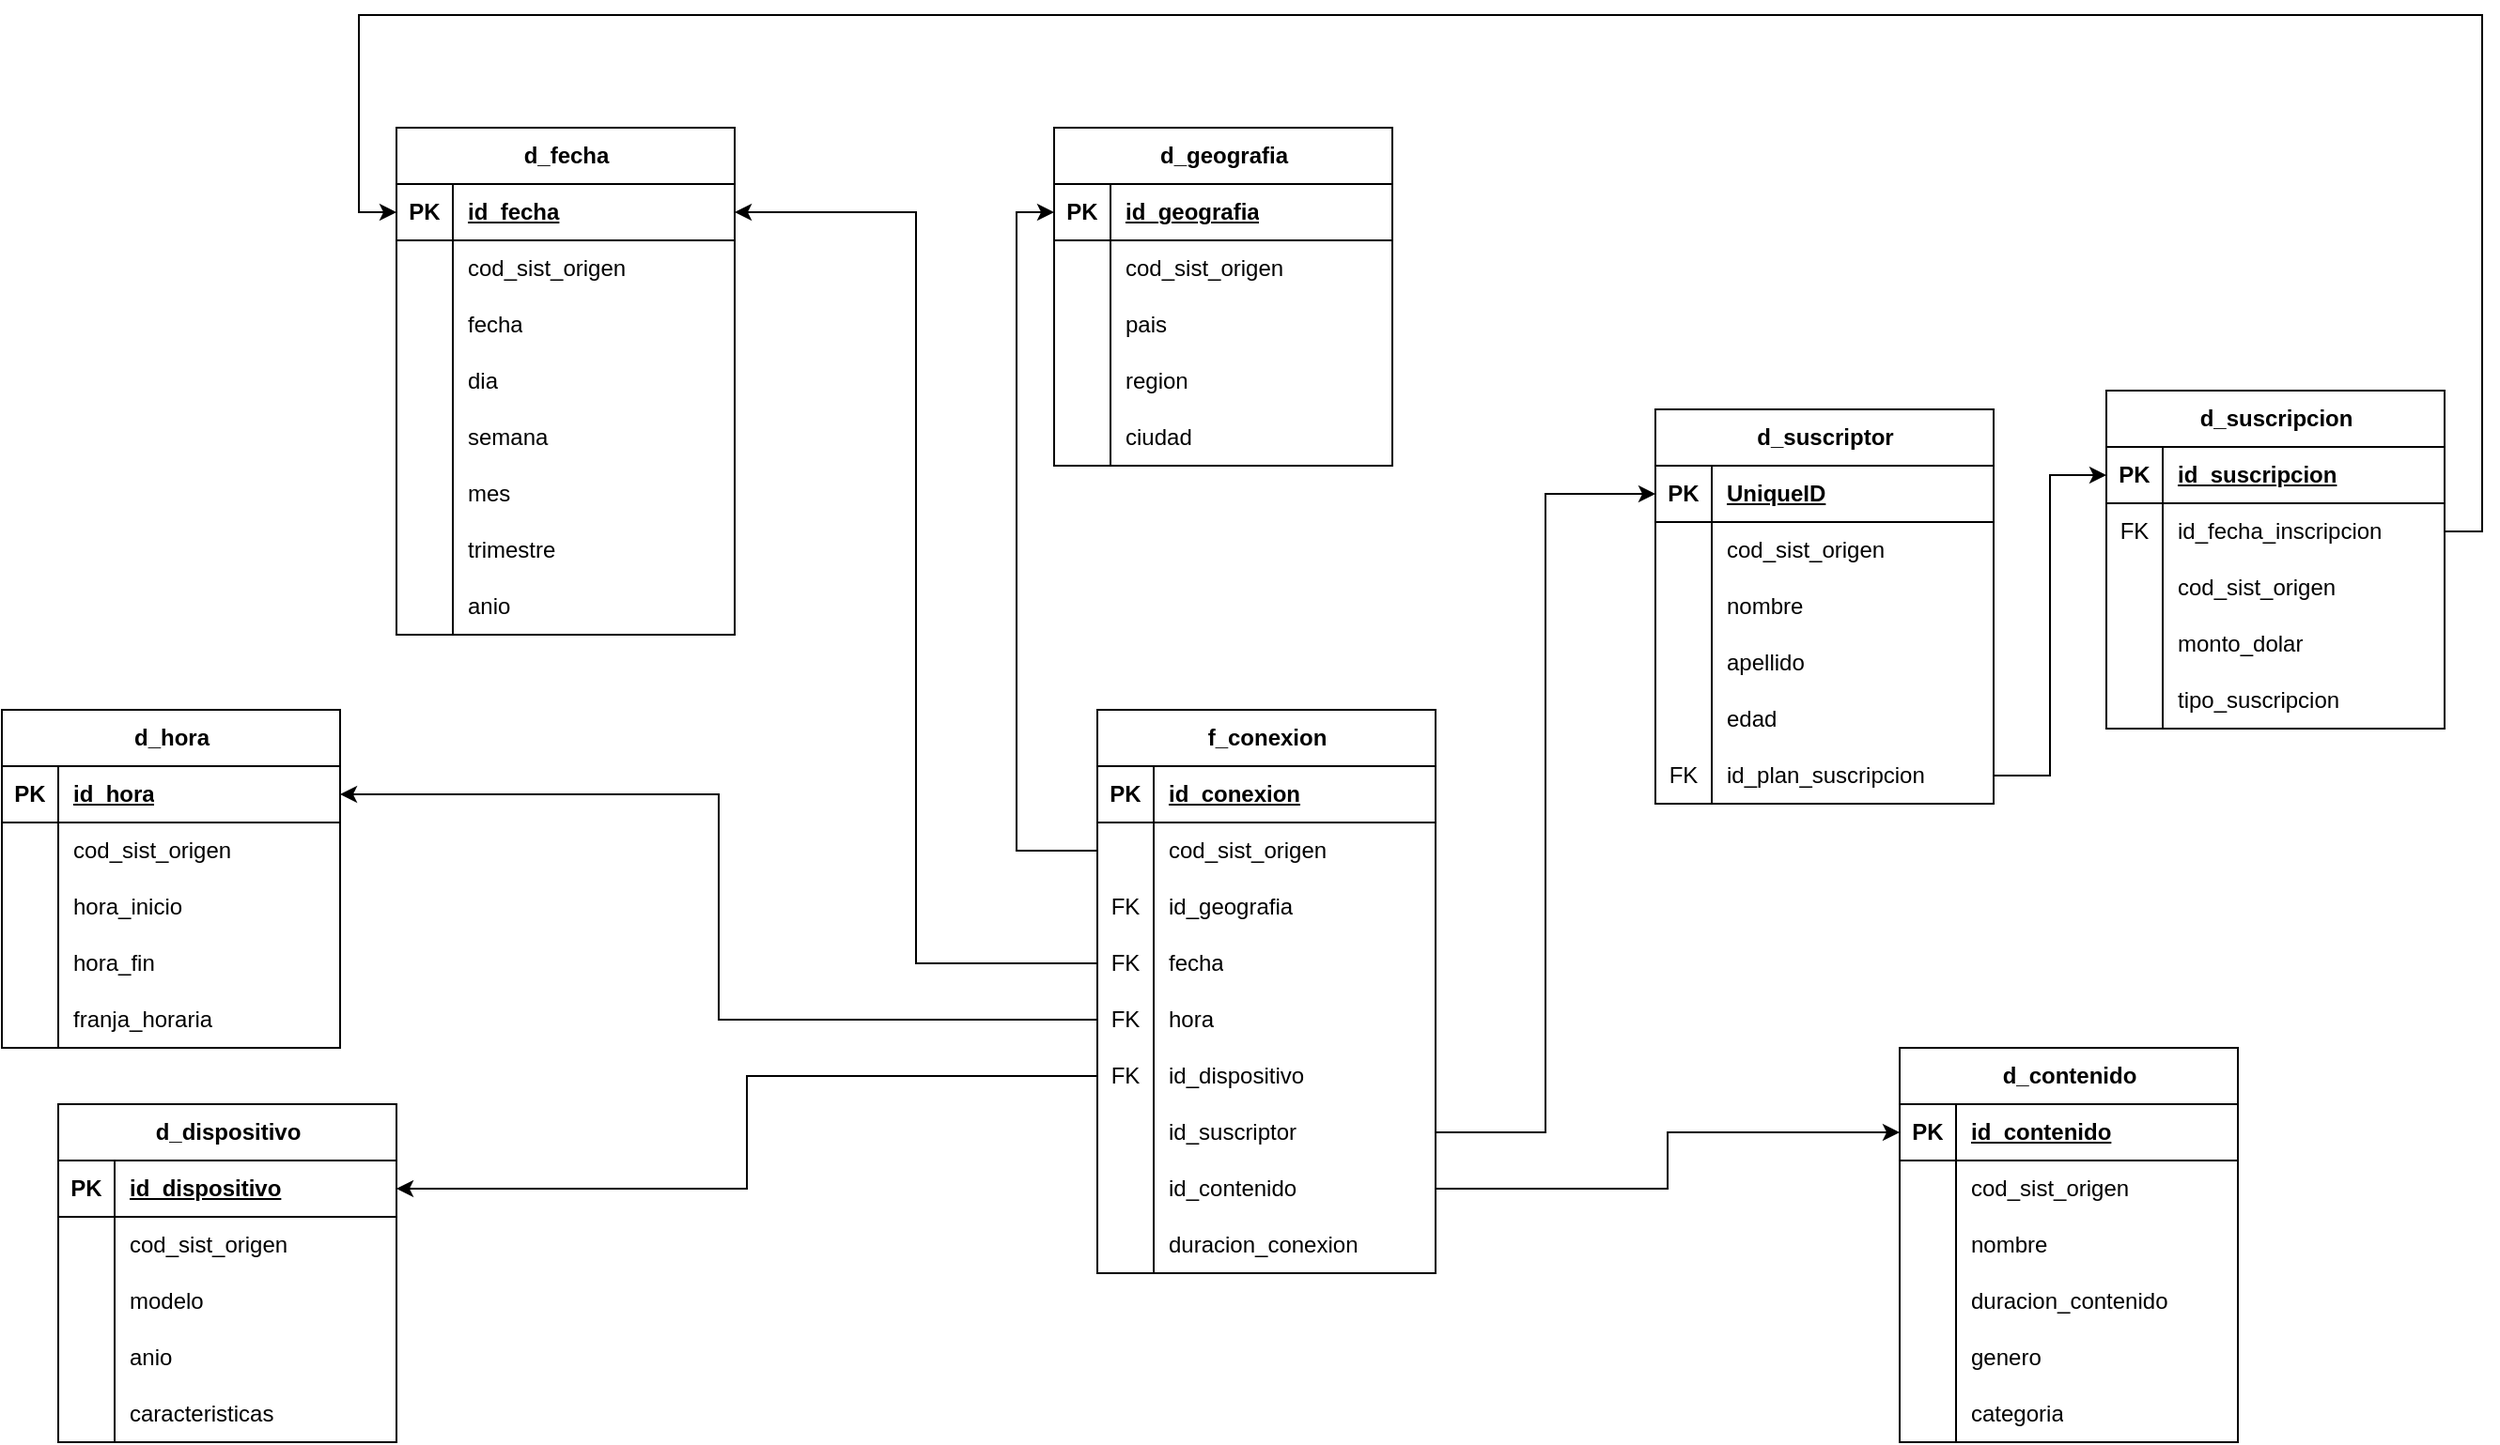
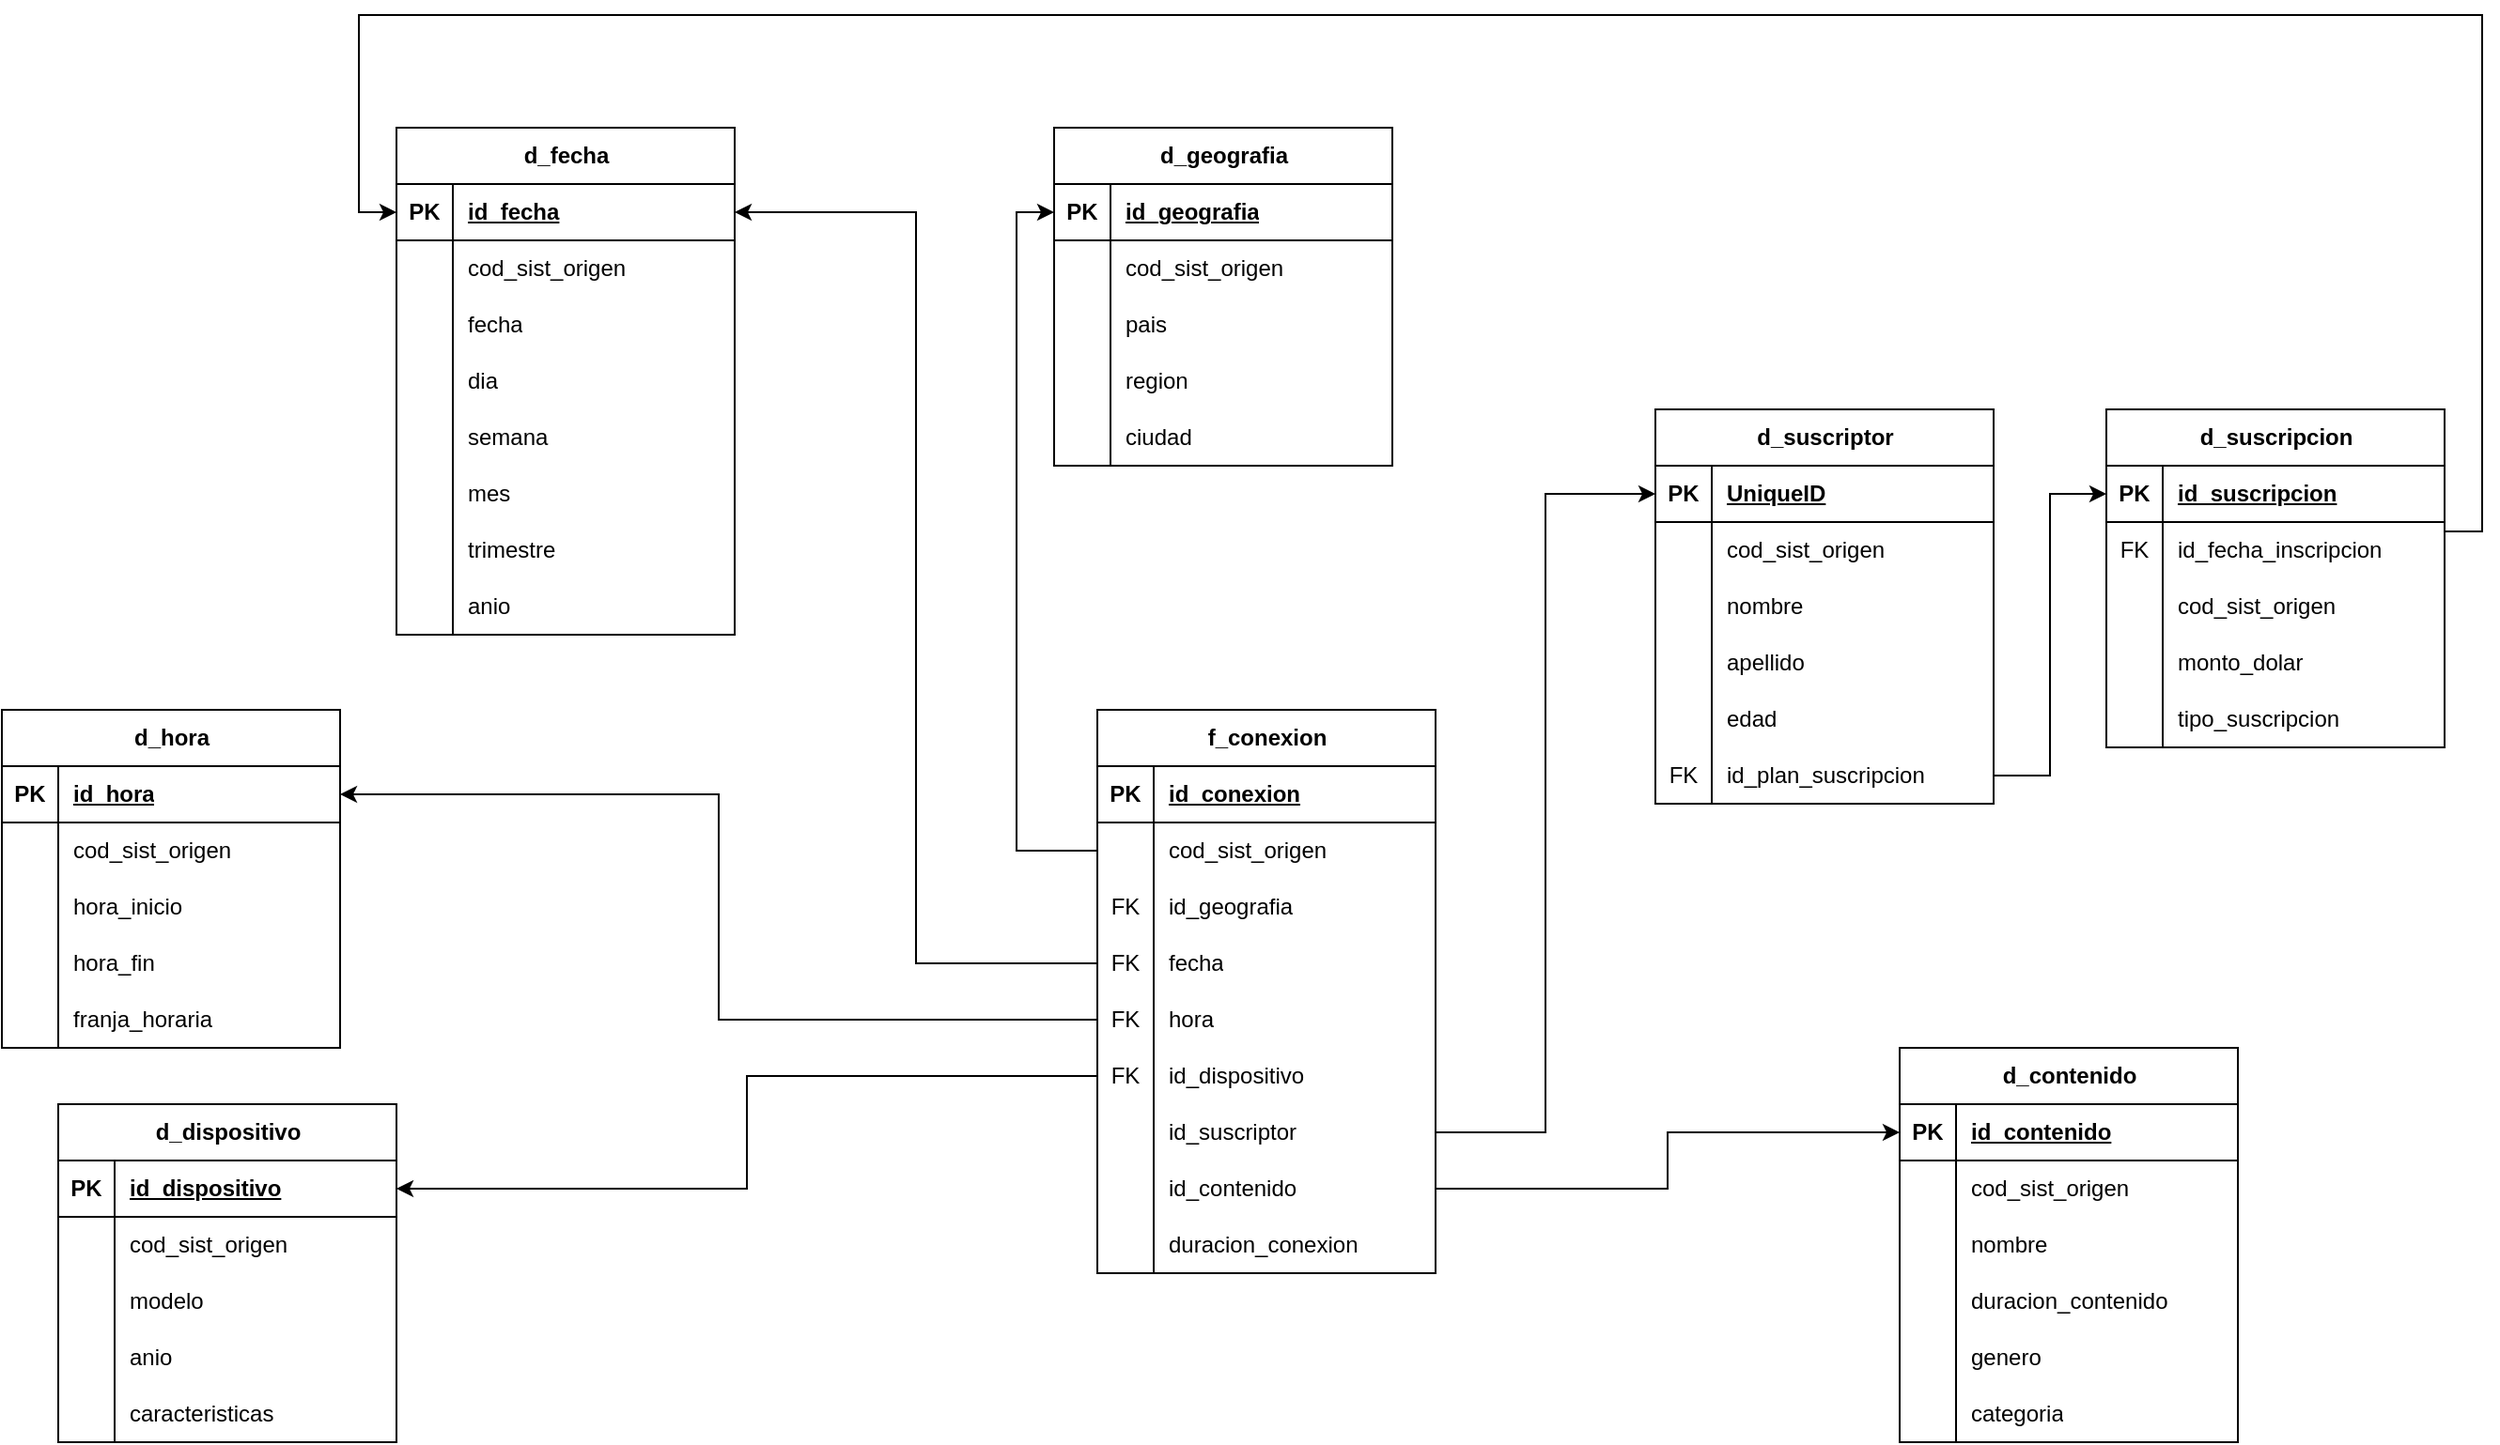
<mxfile host="app.diagrams.net">
  <diagram name="Página-1" id="CJSrgQ3mgTWEq4AmTGNy">
    <mxGraphModel dx="2311" dy="1884" grid="1" gridSize="10" guides="1" tooltips="1" connect="1" arrows="1" fold="1" page="1" pageScale="1" pageWidth="827" pageHeight="1169" math="0" shadow="0">
      <root>
        <mxCell id="0" />
        <mxCell id="1" parent="0" />
        <mxCell id="_npB_olXc3t6ZuDcXEgX-1" parent="1" style="shape=table;startSize=30;container=1;collapsible=1;childLayout=tableLayout;fixedRows=1;rowLines=0;fontStyle=1;align=center;resizeLast=1;html=1;" value="d_geografia" vertex="1">
          <mxGeometry height="180" width="180" x="390" y="-280" as="geometry" />
        </mxCell>
        <mxCell id="_npB_olXc3t6ZuDcXEgX-2" parent="_npB_olXc3t6ZuDcXEgX-1" style="shape=tableRow;horizontal=0;startSize=0;swimlaneHead=0;swimlaneBody=0;fillColor=none;collapsible=0;dropTarget=0;points=[[0,0.5],[1,0.5]];portConstraint=eastwest;top=0;left=0;right=0;bottom=1;" value="" vertex="1">
          <mxGeometry height="30" width="180" y="30" as="geometry" />
        </mxCell>
        <mxCell id="_npB_olXc3t6ZuDcXEgX-3" parent="_npB_olXc3t6ZuDcXEgX-2" style="shape=partialRectangle;connectable=0;fillColor=none;top=0;left=0;bottom=0;right=0;fontStyle=1;overflow=hidden;whiteSpace=wrap;html=1;" value="PK" vertex="1">
          <mxGeometry height="30" width="30" as="geometry">
            <mxRectangle height="30" width="30" as="alternateBounds" />
          </mxGeometry>
        </mxCell>
        <mxCell id="_npB_olXc3t6ZuDcXEgX-4" parent="_npB_olXc3t6ZuDcXEgX-2" style="shape=partialRectangle;connectable=0;fillColor=none;top=0;left=0;bottom=0;right=0;align=left;spacingLeft=6;fontStyle=5;overflow=hidden;whiteSpace=wrap;html=1;" value="id_geografia" vertex="1">
          <mxGeometry height="30" width="150" x="30" as="geometry">
            <mxRectangle height="30" width="150" as="alternateBounds" />
          </mxGeometry>
        </mxCell>
        <mxCell id="_npB_olXc3t6ZuDcXEgX-5" parent="_npB_olXc3t6ZuDcXEgX-1" style="shape=tableRow;horizontal=0;startSize=0;swimlaneHead=0;swimlaneBody=0;fillColor=none;collapsible=0;dropTarget=0;points=[[0,0.5],[1,0.5]];portConstraint=eastwest;top=0;left=0;right=0;bottom=0;" value="" vertex="1">
          <mxGeometry height="30" width="180" y="60" as="geometry" />
        </mxCell>
        <mxCell id="_npB_olXc3t6ZuDcXEgX-6" parent="_npB_olXc3t6ZuDcXEgX-5" style="shape=partialRectangle;connectable=0;fillColor=none;top=0;left=0;bottom=0;right=0;editable=1;overflow=hidden;whiteSpace=wrap;html=1;" value="" vertex="1">
          <mxGeometry height="30" width="30" as="geometry">
            <mxRectangle height="30" width="30" as="alternateBounds" />
          </mxGeometry>
        </mxCell>
        <mxCell id="_npB_olXc3t6ZuDcXEgX-7" parent="_npB_olXc3t6ZuDcXEgX-5" style="shape=partialRectangle;connectable=0;fillColor=none;top=0;left=0;bottom=0;right=0;align=left;spacingLeft=6;overflow=hidden;whiteSpace=wrap;html=1;" value="cod_sist_origen" vertex="1">
          <mxGeometry height="30" width="150" x="30" as="geometry">
            <mxRectangle height="30" width="150" as="alternateBounds" />
          </mxGeometry>
        </mxCell>
        <mxCell id="cPr3DCjvWUAbPxRIG4sF-52" parent="_npB_olXc3t6ZuDcXEgX-1" style="shape=tableRow;horizontal=0;startSize=0;swimlaneHead=0;swimlaneBody=0;fillColor=none;collapsible=0;dropTarget=0;points=[[0,0.5],[1,0.5]];portConstraint=eastwest;top=0;left=0;right=0;bottom=0;" value="" vertex="1">
          <mxGeometry height="30" width="180" y="90" as="geometry" />
        </mxCell>
        <mxCell id="cPr3DCjvWUAbPxRIG4sF-53" parent="cPr3DCjvWUAbPxRIG4sF-52" style="shape=partialRectangle;connectable=0;fillColor=none;top=0;left=0;bottom=0;right=0;editable=1;overflow=hidden;whiteSpace=wrap;html=1;" value="" vertex="1">
          <mxGeometry height="30" width="30" as="geometry">
            <mxRectangle height="30" width="30" as="alternateBounds" />
          </mxGeometry>
        </mxCell>
        <mxCell id="cPr3DCjvWUAbPxRIG4sF-54" parent="cPr3DCjvWUAbPxRIG4sF-52" style="shape=partialRectangle;connectable=0;fillColor=none;top=0;left=0;bottom=0;right=0;align=left;spacingLeft=6;overflow=hidden;whiteSpace=wrap;html=1;" value="pais" vertex="1">
          <mxGeometry height="30" width="150" x="30" as="geometry">
            <mxRectangle height="30" width="150" as="alternateBounds" />
          </mxGeometry>
        </mxCell>
        <mxCell id="_npB_olXc3t6ZuDcXEgX-8" parent="_npB_olXc3t6ZuDcXEgX-1" style="shape=tableRow;horizontal=0;startSize=0;swimlaneHead=0;swimlaneBody=0;fillColor=none;collapsible=0;dropTarget=0;points=[[0,0.5],[1,0.5]];portConstraint=eastwest;top=0;left=0;right=0;bottom=0;" value="" vertex="1">
          <mxGeometry height="30" width="180" y="120" as="geometry" />
        </mxCell>
        <mxCell id="_npB_olXc3t6ZuDcXEgX-9" parent="_npB_olXc3t6ZuDcXEgX-8" style="shape=partialRectangle;connectable=0;fillColor=none;top=0;left=0;bottom=0;right=0;editable=1;overflow=hidden;whiteSpace=wrap;html=1;" value="" vertex="1">
          <mxGeometry height="30" width="30" as="geometry">
            <mxRectangle height="30" width="30" as="alternateBounds" />
          </mxGeometry>
        </mxCell>
        <mxCell id="_npB_olXc3t6ZuDcXEgX-10" parent="_npB_olXc3t6ZuDcXEgX-8" style="shape=partialRectangle;connectable=0;fillColor=none;top=0;left=0;bottom=0;right=0;align=left;spacingLeft=6;overflow=hidden;whiteSpace=wrap;html=1;" value="region" vertex="1">
          <mxGeometry height="30" width="150" x="30" as="geometry">
            <mxRectangle height="30" width="150" as="alternateBounds" />
          </mxGeometry>
        </mxCell>
        <mxCell id="_npB_olXc3t6ZuDcXEgX-11" parent="_npB_olXc3t6ZuDcXEgX-1" style="shape=tableRow;horizontal=0;startSize=0;swimlaneHead=0;swimlaneBody=0;fillColor=none;collapsible=0;dropTarget=0;points=[[0,0.5],[1,0.5]];portConstraint=eastwest;top=0;left=0;right=0;bottom=0;" value="" vertex="1">
          <mxGeometry height="30" width="180" y="150" as="geometry" />
        </mxCell>
        <mxCell id="_npB_olXc3t6ZuDcXEgX-12" parent="_npB_olXc3t6ZuDcXEgX-11" style="shape=partialRectangle;connectable=0;fillColor=none;top=0;left=0;bottom=0;right=0;editable=1;overflow=hidden;whiteSpace=wrap;html=1;" value="" vertex="1">
          <mxGeometry height="30" width="30" as="geometry">
            <mxRectangle height="30" width="30" as="alternateBounds" />
          </mxGeometry>
        </mxCell>
        <mxCell id="_npB_olXc3t6ZuDcXEgX-13" parent="_npB_olXc3t6ZuDcXEgX-11" style="shape=partialRectangle;connectable=0;fillColor=none;top=0;left=0;bottom=0;right=0;align=left;spacingLeft=6;overflow=hidden;whiteSpace=wrap;html=1;" value="ciudad" vertex="1">
          <mxGeometry height="30" width="150" x="30" as="geometry">
            <mxRectangle height="30" width="150" as="alternateBounds" />
          </mxGeometry>
        </mxCell>
        <mxCell id="_npB_olXc3t6ZuDcXEgX-40" parent="1" style="shape=table;startSize=30;container=1;collapsible=1;childLayout=tableLayout;fixedRows=1;rowLines=0;fontStyle=1;align=center;resizeLast=1;html=1;" value="f_conexion" vertex="1">
          <mxGeometry height="300" width="180" x="413" y="30" as="geometry" />
        </mxCell>
        <mxCell id="_npB_olXc3t6ZuDcXEgX-41" parent="_npB_olXc3t6ZuDcXEgX-40" style="shape=tableRow;horizontal=0;startSize=0;swimlaneHead=0;swimlaneBody=0;fillColor=none;collapsible=0;dropTarget=0;points=[[0,0.5],[1,0.5]];portConstraint=eastwest;top=0;left=0;right=0;bottom=1;" value="" vertex="1">
          <mxGeometry height="30" width="180" y="30" as="geometry" />
        </mxCell>
        <mxCell id="_npB_olXc3t6ZuDcXEgX-42" parent="_npB_olXc3t6ZuDcXEgX-41" style="shape=partialRectangle;connectable=0;fillColor=none;top=0;left=0;bottom=0;right=0;fontStyle=1;overflow=hidden;whiteSpace=wrap;html=1;" value="PK" vertex="1">
          <mxGeometry height="30" width="30" as="geometry">
            <mxRectangle height="30" width="30" as="alternateBounds" />
          </mxGeometry>
        </mxCell>
        <mxCell id="_npB_olXc3t6ZuDcXEgX-43" parent="_npB_olXc3t6ZuDcXEgX-41" style="shape=partialRectangle;connectable=0;fillColor=none;top=0;left=0;bottom=0;right=0;align=left;spacingLeft=6;fontStyle=5;overflow=hidden;whiteSpace=wrap;html=1;" value="id_conexion" vertex="1">
          <mxGeometry height="30" width="150" x="30" as="geometry">
            <mxRectangle height="30" width="150" as="alternateBounds" />
          </mxGeometry>
        </mxCell>
        <mxCell id="_npB_olXc3t6ZuDcXEgX-44" parent="_npB_olXc3t6ZuDcXEgX-40" style="shape=tableRow;horizontal=0;startSize=0;swimlaneHead=0;swimlaneBody=0;fillColor=none;collapsible=0;dropTarget=0;points=[[0,0.5],[1,0.5]];portConstraint=eastwest;top=0;left=0;right=0;bottom=0;" value="" vertex="1">
          <mxGeometry height="30" width="180" y="60" as="geometry" />
        </mxCell>
        <mxCell id="_npB_olXc3t6ZuDcXEgX-45" parent="_npB_olXc3t6ZuDcXEgX-44" style="shape=partialRectangle;connectable=0;fillColor=none;top=0;left=0;bottom=0;right=0;editable=1;overflow=hidden;whiteSpace=wrap;html=1;" value="" vertex="1">
          <mxGeometry height="30" width="30" as="geometry">
            <mxRectangle height="30" width="30" as="alternateBounds" />
          </mxGeometry>
        </mxCell>
        <mxCell id="_npB_olXc3t6ZuDcXEgX-46" parent="_npB_olXc3t6ZuDcXEgX-44" style="shape=partialRectangle;connectable=0;fillColor=none;top=0;left=0;bottom=0;right=0;align=left;spacingLeft=6;overflow=hidden;whiteSpace=wrap;html=1;" value="cod_sist_origen" vertex="1">
          <mxGeometry height="30" width="150" x="30" as="geometry">
            <mxRectangle height="30" width="150" as="alternateBounds" />
          </mxGeometry>
        </mxCell>
        <mxCell id="cPr3DCjvWUAbPxRIG4sF-43" parent="_npB_olXc3t6ZuDcXEgX-40" style="shape=tableRow;horizontal=0;startSize=0;swimlaneHead=0;swimlaneBody=0;fillColor=none;collapsible=0;dropTarget=0;points=[[0,0.5],[1,0.5]];portConstraint=eastwest;top=0;left=0;right=0;bottom=0;" value="" vertex="1">
          <mxGeometry height="30" width="180" y="90" as="geometry" />
        </mxCell>
        <mxCell id="cPr3DCjvWUAbPxRIG4sF-44" parent="cPr3DCjvWUAbPxRIG4sF-43" style="shape=partialRectangle;connectable=0;fillColor=none;top=0;left=0;bottom=0;right=0;editable=1;overflow=hidden;whiteSpace=wrap;html=1;" value="FK" vertex="1">
          <mxGeometry height="30" width="30" as="geometry">
            <mxRectangle height="30" width="30" as="alternateBounds" />
          </mxGeometry>
        </mxCell>
        <mxCell id="cPr3DCjvWUAbPxRIG4sF-45" parent="cPr3DCjvWUAbPxRIG4sF-43" style="shape=partialRectangle;connectable=0;fillColor=none;top=0;left=0;bottom=0;right=0;align=left;spacingLeft=6;overflow=hidden;whiteSpace=wrap;html=1;" value="id_geografia" vertex="1">
          <mxGeometry height="30" width="150" x="30" as="geometry">
            <mxRectangle height="30" width="150" as="alternateBounds" />
          </mxGeometry>
        </mxCell>
        <mxCell id="cPr3DCjvWUAbPxRIG4sF-4" parent="_npB_olXc3t6ZuDcXEgX-40" style="shape=tableRow;horizontal=0;startSize=0;swimlaneHead=0;swimlaneBody=0;fillColor=none;collapsible=0;dropTarget=0;points=[[0,0.5],[1,0.5]];portConstraint=eastwest;top=0;left=0;right=0;bottom=0;" value="" vertex="1">
          <mxGeometry height="30" width="180" y="120" as="geometry" />
        </mxCell>
        <mxCell id="cPr3DCjvWUAbPxRIG4sF-5" parent="cPr3DCjvWUAbPxRIG4sF-4" style="shape=partialRectangle;connectable=0;fillColor=none;top=0;left=0;bottom=0;right=0;editable=1;overflow=hidden;whiteSpace=wrap;html=1;" value="FK" vertex="1">
          <mxGeometry height="30" width="30" as="geometry">
            <mxRectangle height="30" width="30" as="alternateBounds" />
          </mxGeometry>
        </mxCell>
        <mxCell id="cPr3DCjvWUAbPxRIG4sF-6" parent="cPr3DCjvWUAbPxRIG4sF-4" style="shape=partialRectangle;connectable=0;fillColor=none;top=0;left=0;bottom=0;right=0;align=left;spacingLeft=6;overflow=hidden;whiteSpace=wrap;html=1;" value="fecha" vertex="1">
          <mxGeometry height="30" width="150" x="30" as="geometry">
            <mxRectangle height="30" width="150" as="alternateBounds" />
          </mxGeometry>
        </mxCell>
        <mxCell id="_npB_olXc3t6ZuDcXEgX-47" parent="_npB_olXc3t6ZuDcXEgX-40" style="shape=tableRow;horizontal=0;startSize=0;swimlaneHead=0;swimlaneBody=0;fillColor=none;collapsible=0;dropTarget=0;points=[[0,0.5],[1,0.5]];portConstraint=eastwest;top=0;left=0;right=0;bottom=0;" value="" vertex="1">
          <mxGeometry height="30" width="180" y="150" as="geometry" />
        </mxCell>
        <mxCell id="_npB_olXc3t6ZuDcXEgX-48" parent="_npB_olXc3t6ZuDcXEgX-47" style="shape=partialRectangle;connectable=0;fillColor=none;top=0;left=0;bottom=0;right=0;editable=1;overflow=hidden;whiteSpace=wrap;html=1;" value="FK" vertex="1">
          <mxGeometry height="30" width="30" as="geometry">
            <mxRectangle height="30" width="30" as="alternateBounds" />
          </mxGeometry>
        </mxCell>
        <mxCell id="_npB_olXc3t6ZuDcXEgX-49" parent="_npB_olXc3t6ZuDcXEgX-47" style="shape=partialRectangle;connectable=0;fillColor=none;top=0;left=0;bottom=0;right=0;align=left;spacingLeft=6;overflow=hidden;whiteSpace=wrap;html=1;" value="hora" vertex="1">
          <mxGeometry height="30" width="150" x="30" as="geometry">
            <mxRectangle height="30" width="150" as="alternateBounds" />
          </mxGeometry>
        </mxCell>
        <mxCell id="-aOfcUVNLtPOQzGA6vKT-48" parent="_npB_olXc3t6ZuDcXEgX-40" style="shape=tableRow;horizontal=0;startSize=0;swimlaneHead=0;swimlaneBody=0;fillColor=none;collapsible=0;dropTarget=0;points=[[0,0.5],[1,0.5]];portConstraint=eastwest;top=0;left=0;right=0;bottom=0;" value="" vertex="1">
          <mxGeometry height="30" width="180" y="180" as="geometry" />
        </mxCell>
        <mxCell id="-aOfcUVNLtPOQzGA6vKT-49" parent="-aOfcUVNLtPOQzGA6vKT-48" style="shape=partialRectangle;connectable=0;fillColor=none;top=0;left=0;bottom=0;right=0;editable=1;overflow=hidden;whiteSpace=wrap;html=1;" value="FK" vertex="1">
          <mxGeometry height="30" width="30" as="geometry">
            <mxRectangle height="30" width="30" as="alternateBounds" />
          </mxGeometry>
        </mxCell>
        <mxCell id="-aOfcUVNLtPOQzGA6vKT-50" parent="-aOfcUVNLtPOQzGA6vKT-48" style="shape=partialRectangle;connectable=0;fillColor=none;top=0;left=0;bottom=0;right=0;align=left;spacingLeft=6;overflow=hidden;whiteSpace=wrap;html=1;" value="id_dispositivo" vertex="1">
          <mxGeometry height="30" width="150" x="30" as="geometry">
            <mxRectangle height="30" width="150" as="alternateBounds" />
          </mxGeometry>
        </mxCell>
        <mxCell id="-aOfcUVNLtPOQzGA6vKT-31" parent="_npB_olXc3t6ZuDcXEgX-40" style="shape=tableRow;horizontal=0;startSize=0;swimlaneHead=0;swimlaneBody=0;fillColor=none;collapsible=0;dropTarget=0;points=[[0,0.5],[1,0.5]];portConstraint=eastwest;top=0;left=0;right=0;bottom=0;" value="" vertex="1">
          <mxGeometry height="30" width="180" y="210" as="geometry" />
        </mxCell>
        <mxCell id="-aOfcUVNLtPOQzGA6vKT-32" parent="-aOfcUVNLtPOQzGA6vKT-31" style="shape=partialRectangle;connectable=0;fillColor=none;top=0;left=0;bottom=0;right=0;editable=1;overflow=hidden;whiteSpace=wrap;html=1;" value="" vertex="1">
          <mxGeometry height="30" width="30" as="geometry">
            <mxRectangle height="30" width="30" as="alternateBounds" />
          </mxGeometry>
        </mxCell>
        <mxCell id="-aOfcUVNLtPOQzGA6vKT-33" parent="-aOfcUVNLtPOQzGA6vKT-31" style="shape=partialRectangle;connectable=0;fillColor=none;top=0;left=0;bottom=0;right=0;align=left;spacingLeft=6;overflow=hidden;whiteSpace=wrap;html=1;" value="id_suscriptor" vertex="1">
          <mxGeometry height="30" width="150" x="30" as="geometry">
            <mxRectangle height="30" width="150" as="alternateBounds" />
          </mxGeometry>
        </mxCell>
        <mxCell id="cPr3DCjvWUAbPxRIG4sF-8" parent="_npB_olXc3t6ZuDcXEgX-40" style="shape=tableRow;horizontal=0;startSize=0;swimlaneHead=0;swimlaneBody=0;fillColor=none;collapsible=0;dropTarget=0;points=[[0,0.5],[1,0.5]];portConstraint=eastwest;top=0;left=0;right=0;bottom=0;" value="" vertex="1">
          <mxGeometry height="30" width="180" y="240" as="geometry" />
        </mxCell>
        <mxCell id="cPr3DCjvWUAbPxRIG4sF-9" parent="cPr3DCjvWUAbPxRIG4sF-8" style="shape=partialRectangle;connectable=0;fillColor=none;top=0;left=0;bottom=0;right=0;editable=1;overflow=hidden;whiteSpace=wrap;html=1;" value="" vertex="1">
          <mxGeometry height="30" width="30" as="geometry">
            <mxRectangle height="30" width="30" as="alternateBounds" />
          </mxGeometry>
        </mxCell>
        <mxCell id="cPr3DCjvWUAbPxRIG4sF-10" parent="cPr3DCjvWUAbPxRIG4sF-8" style="shape=partialRectangle;connectable=0;fillColor=none;top=0;left=0;bottom=0;right=0;align=left;spacingLeft=6;overflow=hidden;whiteSpace=wrap;html=1;" value="id_contenido" vertex="1">
          <mxGeometry height="30" width="150" x="30" as="geometry">
            <mxRectangle height="30" width="150" as="alternateBounds" />
          </mxGeometry>
        </mxCell>
        <mxCell id="cPr3DCjvWUAbPxRIG4sF-30" parent="_npB_olXc3t6ZuDcXEgX-40" style="shape=tableRow;horizontal=0;startSize=0;swimlaneHead=0;swimlaneBody=0;fillColor=none;collapsible=0;dropTarget=0;points=[[0,0.5],[1,0.5]];portConstraint=eastwest;top=0;left=0;right=0;bottom=0;" value="" vertex="1">
          <mxGeometry height="30" width="180" y="270" as="geometry" />
        </mxCell>
        <mxCell id="cPr3DCjvWUAbPxRIG4sF-31" parent="cPr3DCjvWUAbPxRIG4sF-30" style="shape=partialRectangle;connectable=0;fillColor=none;top=0;left=0;bottom=0;right=0;editable=1;overflow=hidden;whiteSpace=wrap;html=1;" value="" vertex="1">
          <mxGeometry height="30" width="30" as="geometry">
            <mxRectangle height="30" width="30" as="alternateBounds" />
          </mxGeometry>
        </mxCell>
        <mxCell id="cPr3DCjvWUAbPxRIG4sF-32" parent="cPr3DCjvWUAbPxRIG4sF-30" style="shape=partialRectangle;connectable=0;fillColor=none;top=0;left=0;bottom=0;right=0;align=left;spacingLeft=6;overflow=hidden;whiteSpace=wrap;html=1;" value="duracion_conexion" vertex="1">
          <mxGeometry height="30" width="150" x="30" as="geometry">
            <mxRectangle height="30" width="150" as="alternateBounds" />
          </mxGeometry>
        </mxCell>
        <mxCell id="_npB_olXc3t6ZuDcXEgX-53" parent="1" style="shape=table;startSize=30;container=1;collapsible=1;childLayout=tableLayout;fixedRows=1;rowLines=0;fontStyle=1;align=center;resizeLast=1;html=1;" value="d_suscriptor" vertex="1">
          <mxGeometry height="210" width="180" x="710" y="-130" as="geometry" />
        </mxCell>
        <mxCell id="_npB_olXc3t6ZuDcXEgX-54" parent="_npB_olXc3t6ZuDcXEgX-53" style="shape=tableRow;horizontal=0;startSize=0;swimlaneHead=0;swimlaneBody=0;fillColor=none;collapsible=0;dropTarget=0;points=[[0,0.5],[1,0.5]];portConstraint=eastwest;top=0;left=0;right=0;bottom=1;" value="" vertex="1">
          <mxGeometry height="30" width="180" y="30" as="geometry" />
        </mxCell>
        <mxCell id="_npB_olXc3t6ZuDcXEgX-55" parent="_npB_olXc3t6ZuDcXEgX-54" style="shape=partialRectangle;connectable=0;fillColor=none;top=0;left=0;bottom=0;right=0;fontStyle=1;overflow=hidden;whiteSpace=wrap;html=1;" value="PK" vertex="1">
          <mxGeometry height="30" width="30" as="geometry">
            <mxRectangle height="30" width="30" as="alternateBounds" />
          </mxGeometry>
        </mxCell>
        <mxCell id="_npB_olXc3t6ZuDcXEgX-56" parent="_npB_olXc3t6ZuDcXEgX-54" style="shape=partialRectangle;connectable=0;fillColor=none;top=0;left=0;bottom=0;right=0;align=left;spacingLeft=6;fontStyle=5;overflow=hidden;whiteSpace=wrap;html=1;" value="UniqueID" vertex="1">
          <mxGeometry height="30" width="150" x="30" as="geometry">
            <mxRectangle height="30" width="150" as="alternateBounds" />
          </mxGeometry>
        </mxCell>
        <mxCell id="_npB_olXc3t6ZuDcXEgX-57" parent="_npB_olXc3t6ZuDcXEgX-53" style="shape=tableRow;horizontal=0;startSize=0;swimlaneHead=0;swimlaneBody=0;fillColor=none;collapsible=0;dropTarget=0;points=[[0,0.5],[1,0.5]];portConstraint=eastwest;top=0;left=0;right=0;bottom=0;" value="" vertex="1">
          <mxGeometry height="30" width="180" y="60" as="geometry" />
        </mxCell>
        <mxCell id="_npB_olXc3t6ZuDcXEgX-58" parent="_npB_olXc3t6ZuDcXEgX-57" style="shape=partialRectangle;connectable=0;fillColor=none;top=0;left=0;bottom=0;right=0;editable=1;overflow=hidden;whiteSpace=wrap;html=1;" value="" vertex="1">
          <mxGeometry height="30" width="30" as="geometry">
            <mxRectangle height="30" width="30" as="alternateBounds" />
          </mxGeometry>
        </mxCell>
        <mxCell id="_npB_olXc3t6ZuDcXEgX-59" parent="_npB_olXc3t6ZuDcXEgX-57" style="shape=partialRectangle;connectable=0;fillColor=none;top=0;left=0;bottom=0;right=0;align=left;spacingLeft=6;overflow=hidden;whiteSpace=wrap;html=1;" value="cod_sist_origen" vertex="1">
          <mxGeometry height="30" width="150" x="30" as="geometry">
            <mxRectangle height="30" width="150" as="alternateBounds" />
          </mxGeometry>
        </mxCell>
        <mxCell id="cPr3DCjvWUAbPxRIG4sF-46" parent="_npB_olXc3t6ZuDcXEgX-53" style="shape=tableRow;horizontal=0;startSize=0;swimlaneHead=0;swimlaneBody=0;fillColor=none;collapsible=0;dropTarget=0;points=[[0,0.5],[1,0.5]];portConstraint=eastwest;top=0;left=0;right=0;bottom=0;" value="" vertex="1">
          <mxGeometry height="30" width="180" y="90" as="geometry" />
        </mxCell>
        <mxCell id="cPr3DCjvWUAbPxRIG4sF-47" parent="cPr3DCjvWUAbPxRIG4sF-46" style="shape=partialRectangle;connectable=0;fillColor=none;top=0;left=0;bottom=0;right=0;editable=1;overflow=hidden;whiteSpace=wrap;html=1;" value="" vertex="1">
          <mxGeometry height="30" width="30" as="geometry">
            <mxRectangle height="30" width="30" as="alternateBounds" />
          </mxGeometry>
        </mxCell>
        <mxCell id="cPr3DCjvWUAbPxRIG4sF-48" parent="cPr3DCjvWUAbPxRIG4sF-46" style="shape=partialRectangle;connectable=0;fillColor=none;top=0;left=0;bottom=0;right=0;align=left;spacingLeft=6;overflow=hidden;whiteSpace=wrap;html=1;" value="nombre" vertex="1">
          <mxGeometry height="30" width="150" x="30" as="geometry">
            <mxRectangle height="30" width="150" as="alternateBounds" />
          </mxGeometry>
        </mxCell>
        <mxCell id="_npB_olXc3t6ZuDcXEgX-60" parent="_npB_olXc3t6ZuDcXEgX-53" style="shape=tableRow;horizontal=0;startSize=0;swimlaneHead=0;swimlaneBody=0;fillColor=none;collapsible=0;dropTarget=0;points=[[0,0.5],[1,0.5]];portConstraint=eastwest;top=0;left=0;right=0;bottom=0;" value="" vertex="1">
          <mxGeometry height="30" width="180" y="120" as="geometry" />
        </mxCell>
        <mxCell id="_npB_olXc3t6ZuDcXEgX-61" parent="_npB_olXc3t6ZuDcXEgX-60" style="shape=partialRectangle;connectable=0;fillColor=none;top=0;left=0;bottom=0;right=0;editable=1;overflow=hidden;whiteSpace=wrap;html=1;" value="" vertex="1">
          <mxGeometry height="30" width="30" as="geometry">
            <mxRectangle height="30" width="30" as="alternateBounds" />
          </mxGeometry>
        </mxCell>
        <mxCell id="_npB_olXc3t6ZuDcXEgX-62" parent="_npB_olXc3t6ZuDcXEgX-60" style="shape=partialRectangle;connectable=0;fillColor=none;top=0;left=0;bottom=0;right=0;align=left;spacingLeft=6;overflow=hidden;whiteSpace=wrap;html=1;" value="apellido" vertex="1">
          <mxGeometry height="30" width="150" x="30" as="geometry">
            <mxRectangle height="30" width="150" as="alternateBounds" />
          </mxGeometry>
        </mxCell>
        <mxCell id="_npB_olXc3t6ZuDcXEgX-63" parent="_npB_olXc3t6ZuDcXEgX-53" style="shape=tableRow;horizontal=0;startSize=0;swimlaneHead=0;swimlaneBody=0;fillColor=none;collapsible=0;dropTarget=0;points=[[0,0.5],[1,0.5]];portConstraint=eastwest;top=0;left=0;right=0;bottom=0;" value="" vertex="1">
          <mxGeometry height="30" width="180" y="150" as="geometry" />
        </mxCell>
        <mxCell id="_npB_olXc3t6ZuDcXEgX-64" parent="_npB_olXc3t6ZuDcXEgX-63" style="shape=partialRectangle;connectable=0;fillColor=none;top=0;left=0;bottom=0;right=0;editable=1;overflow=hidden;whiteSpace=wrap;html=1;" value="" vertex="1">
          <mxGeometry height="30" width="30" as="geometry">
            <mxRectangle height="30" width="30" as="alternateBounds" />
          </mxGeometry>
        </mxCell>
        <mxCell id="_npB_olXc3t6ZuDcXEgX-65" parent="_npB_olXc3t6ZuDcXEgX-63" style="shape=partialRectangle;connectable=0;fillColor=none;top=0;left=0;bottom=0;right=0;align=left;spacingLeft=6;overflow=hidden;whiteSpace=wrap;html=1;" value="edad" vertex="1">
          <mxGeometry height="30" width="150" x="30" as="geometry">
            <mxRectangle height="30" width="150" as="alternateBounds" />
          </mxGeometry>
        </mxCell>
        <mxCell id="-aOfcUVNLtPOQzGA6vKT-22" parent="_npB_olXc3t6ZuDcXEgX-53" style="shape=tableRow;horizontal=0;startSize=0;swimlaneHead=0;swimlaneBody=0;fillColor=none;collapsible=0;dropTarget=0;points=[[0,0.5],[1,0.5]];portConstraint=eastwest;top=0;left=0;right=0;bottom=0;" value="" vertex="1">
          <mxGeometry height="30" width="180" y="180" as="geometry" />
        </mxCell>
        <mxCell id="-aOfcUVNLtPOQzGA6vKT-23" parent="-aOfcUVNLtPOQzGA6vKT-22" style="shape=partialRectangle;connectable=0;fillColor=none;top=0;left=0;bottom=0;right=0;editable=1;overflow=hidden;whiteSpace=wrap;html=1;" value="FK" vertex="1">
          <mxGeometry height="30" width="30" as="geometry">
            <mxRectangle height="30" width="30" as="alternateBounds" />
          </mxGeometry>
        </mxCell>
        <mxCell id="-aOfcUVNLtPOQzGA6vKT-24" parent="-aOfcUVNLtPOQzGA6vKT-22" style="shape=partialRectangle;connectable=0;fillColor=none;top=0;left=0;bottom=0;right=0;align=left;spacingLeft=6;overflow=hidden;whiteSpace=wrap;html=1;" value="id_plan_suscripcion" vertex="1">
          <mxGeometry height="30" width="150" x="30" as="geometry">
            <mxRectangle height="30" width="150" as="alternateBounds" />
          </mxGeometry>
        </mxCell>
        <mxCell id="_npB_olXc3t6ZuDcXEgX-66" parent="1" style="shape=table;startSize=30;container=1;collapsible=1;childLayout=tableLayout;fixedRows=1;rowLines=0;fontStyle=1;align=center;resizeLast=1;html=1;" value="d_dispositivo" vertex="1">
          <mxGeometry height="180" width="180" x="-140" y="240" as="geometry" />
        </mxCell>
        <mxCell id="_npB_olXc3t6ZuDcXEgX-67" parent="_npB_olXc3t6ZuDcXEgX-66" style="shape=tableRow;horizontal=0;startSize=0;swimlaneHead=0;swimlaneBody=0;fillColor=none;collapsible=0;dropTarget=0;points=[[0,0.5],[1,0.5]];portConstraint=eastwest;top=0;left=0;right=0;bottom=1;" value="" vertex="1">
          <mxGeometry height="30" width="180" y="30" as="geometry" />
        </mxCell>
        <mxCell id="_npB_olXc3t6ZuDcXEgX-68" parent="_npB_olXc3t6ZuDcXEgX-67" style="shape=partialRectangle;connectable=0;fillColor=none;top=0;left=0;bottom=0;right=0;fontStyle=1;overflow=hidden;whiteSpace=wrap;html=1;" value="PK" vertex="1">
          <mxGeometry height="30" width="30" as="geometry">
            <mxRectangle height="30" width="30" as="alternateBounds" />
          </mxGeometry>
        </mxCell>
        <mxCell id="_npB_olXc3t6ZuDcXEgX-69" parent="_npB_olXc3t6ZuDcXEgX-67" style="shape=partialRectangle;connectable=0;fillColor=none;top=0;left=0;bottom=0;right=0;align=left;spacingLeft=6;fontStyle=5;overflow=hidden;whiteSpace=wrap;html=1;" value="id_dispositivo" vertex="1">
          <mxGeometry height="30" width="150" x="30" as="geometry">
            <mxRectangle height="30" width="150" as="alternateBounds" />
          </mxGeometry>
        </mxCell>
        <mxCell id="_npB_olXc3t6ZuDcXEgX-70" parent="_npB_olXc3t6ZuDcXEgX-66" style="shape=tableRow;horizontal=0;startSize=0;swimlaneHead=0;swimlaneBody=0;fillColor=none;collapsible=0;dropTarget=0;points=[[0,0.5],[1,0.5]];portConstraint=eastwest;top=0;left=0;right=0;bottom=0;" value="" vertex="1">
          <mxGeometry height="30" width="180" y="60" as="geometry" />
        </mxCell>
        <mxCell id="_npB_olXc3t6ZuDcXEgX-71" parent="_npB_olXc3t6ZuDcXEgX-70" style="shape=partialRectangle;connectable=0;fillColor=none;top=0;left=0;bottom=0;right=0;editable=1;overflow=hidden;whiteSpace=wrap;html=1;" value="" vertex="1">
          <mxGeometry height="30" width="30" as="geometry">
            <mxRectangle height="30" width="30" as="alternateBounds" />
          </mxGeometry>
        </mxCell>
        <mxCell id="_npB_olXc3t6ZuDcXEgX-72" parent="_npB_olXc3t6ZuDcXEgX-70" style="shape=partialRectangle;connectable=0;fillColor=none;top=0;left=0;bottom=0;right=0;align=left;spacingLeft=6;overflow=hidden;whiteSpace=wrap;html=1;" value="cod_sist_origen" vertex="1">
          <mxGeometry height="30" width="150" x="30" as="geometry">
            <mxRectangle height="30" width="150" as="alternateBounds" />
          </mxGeometry>
        </mxCell>
        <mxCell id="cPr3DCjvWUAbPxRIG4sF-61" parent="_npB_olXc3t6ZuDcXEgX-66" style="shape=tableRow;horizontal=0;startSize=0;swimlaneHead=0;swimlaneBody=0;fillColor=none;collapsible=0;dropTarget=0;points=[[0,0.5],[1,0.5]];portConstraint=eastwest;top=0;left=0;right=0;bottom=0;" value="" vertex="1">
          <mxGeometry height="30" width="180" y="90" as="geometry" />
        </mxCell>
        <mxCell id="cPr3DCjvWUAbPxRIG4sF-62" parent="cPr3DCjvWUAbPxRIG4sF-61" style="shape=partialRectangle;connectable=0;fillColor=none;top=0;left=0;bottom=0;right=0;editable=1;overflow=hidden;whiteSpace=wrap;html=1;" value="" vertex="1">
          <mxGeometry height="30" width="30" as="geometry">
            <mxRectangle height="30" width="30" as="alternateBounds" />
          </mxGeometry>
        </mxCell>
        <mxCell id="cPr3DCjvWUAbPxRIG4sF-63" parent="cPr3DCjvWUAbPxRIG4sF-61" style="shape=partialRectangle;connectable=0;fillColor=none;top=0;left=0;bottom=0;right=0;align=left;spacingLeft=6;overflow=hidden;whiteSpace=wrap;html=1;" value="modelo" vertex="1">
          <mxGeometry height="30" width="150" x="30" as="geometry">
            <mxRectangle height="30" width="150" as="alternateBounds" />
          </mxGeometry>
        </mxCell>
        <mxCell id="_npB_olXc3t6ZuDcXEgX-73" parent="_npB_olXc3t6ZuDcXEgX-66" style="shape=tableRow;horizontal=0;startSize=0;swimlaneHead=0;swimlaneBody=0;fillColor=none;collapsible=0;dropTarget=0;points=[[0,0.5],[1,0.5]];portConstraint=eastwest;top=0;left=0;right=0;bottom=0;" value="" vertex="1">
          <mxGeometry height="30" width="180" y="120" as="geometry" />
        </mxCell>
        <mxCell id="_npB_olXc3t6ZuDcXEgX-74" parent="_npB_olXc3t6ZuDcXEgX-73" style="shape=partialRectangle;connectable=0;fillColor=none;top=0;left=0;bottom=0;right=0;editable=1;overflow=hidden;whiteSpace=wrap;html=1;" value="" vertex="1">
          <mxGeometry height="30" width="30" as="geometry">
            <mxRectangle height="30" width="30" as="alternateBounds" />
          </mxGeometry>
        </mxCell>
        <mxCell id="_npB_olXc3t6ZuDcXEgX-75" parent="_npB_olXc3t6ZuDcXEgX-73" style="shape=partialRectangle;connectable=0;fillColor=none;top=0;left=0;bottom=0;right=0;align=left;spacingLeft=6;overflow=hidden;whiteSpace=wrap;html=1;" value="anio" vertex="1">
          <mxGeometry height="30" width="150" x="30" as="geometry">
            <mxRectangle height="30" width="150" as="alternateBounds" />
          </mxGeometry>
        </mxCell>
        <mxCell id="_npB_olXc3t6ZuDcXEgX-76" parent="_npB_olXc3t6ZuDcXEgX-66" style="shape=tableRow;horizontal=0;startSize=0;swimlaneHead=0;swimlaneBody=0;fillColor=none;collapsible=0;dropTarget=0;points=[[0,0.5],[1,0.5]];portConstraint=eastwest;top=0;left=0;right=0;bottom=0;" value="" vertex="1">
          <mxGeometry height="30" width="180" y="150" as="geometry" />
        </mxCell>
        <mxCell id="_npB_olXc3t6ZuDcXEgX-77" parent="_npB_olXc3t6ZuDcXEgX-76" style="shape=partialRectangle;connectable=0;fillColor=none;top=0;left=0;bottom=0;right=0;editable=1;overflow=hidden;whiteSpace=wrap;html=1;" value="" vertex="1">
          <mxGeometry height="30" width="30" as="geometry">
            <mxRectangle height="30" width="30" as="alternateBounds" />
          </mxGeometry>
        </mxCell>
        <mxCell id="_npB_olXc3t6ZuDcXEgX-78" parent="_npB_olXc3t6ZuDcXEgX-76" style="shape=partialRectangle;connectable=0;fillColor=none;top=0;left=0;bottom=0;right=0;align=left;spacingLeft=6;overflow=hidden;whiteSpace=wrap;html=1;" value="caracteristicas" vertex="1">
          <mxGeometry height="30" width="150" x="30" as="geometry">
            <mxRectangle height="30" width="150" as="alternateBounds" />
          </mxGeometry>
        </mxCell>
        <mxCell id="_npB_olXc3t6ZuDcXEgX-79" parent="1" style="shape=table;startSize=30;container=1;collapsible=1;childLayout=tableLayout;fixedRows=1;rowLines=0;fontStyle=1;align=center;resizeLast=1;html=1;" value="d_contenido" vertex="1">
          <mxGeometry height="210" width="180" x="840" y="210" as="geometry" />
        </mxCell>
        <mxCell id="_npB_olXc3t6ZuDcXEgX-80" parent="_npB_olXc3t6ZuDcXEgX-79" style="shape=tableRow;horizontal=0;startSize=0;swimlaneHead=0;swimlaneBody=0;fillColor=none;collapsible=0;dropTarget=0;points=[[0,0.5],[1,0.5]];portConstraint=eastwest;top=0;left=0;right=0;bottom=1;" value="" vertex="1">
          <mxGeometry height="30" width="180" y="30" as="geometry" />
        </mxCell>
        <mxCell id="_npB_olXc3t6ZuDcXEgX-81" parent="_npB_olXc3t6ZuDcXEgX-80" style="shape=partialRectangle;connectable=0;fillColor=none;top=0;left=0;bottom=0;right=0;fontStyle=1;overflow=hidden;whiteSpace=wrap;html=1;" value="PK" vertex="1">
          <mxGeometry height="30" width="30" as="geometry">
            <mxRectangle height="30" width="30" as="alternateBounds" />
          </mxGeometry>
        </mxCell>
        <mxCell id="_npB_olXc3t6ZuDcXEgX-82" parent="_npB_olXc3t6ZuDcXEgX-80" style="shape=partialRectangle;connectable=0;fillColor=none;top=0;left=0;bottom=0;right=0;align=left;spacingLeft=6;fontStyle=5;overflow=hidden;whiteSpace=wrap;html=1;" value="id_contenido" vertex="1">
          <mxGeometry height="30" width="150" x="30" as="geometry">
            <mxRectangle height="30" width="150" as="alternateBounds" />
          </mxGeometry>
        </mxCell>
        <mxCell id="_npB_olXc3t6ZuDcXEgX-86" parent="_npB_olXc3t6ZuDcXEgX-79" style="shape=tableRow;horizontal=0;startSize=0;swimlaneHead=0;swimlaneBody=0;fillColor=none;collapsible=0;dropTarget=0;points=[[0,0.5],[1,0.5]];portConstraint=eastwest;top=0;left=0;right=0;bottom=0;" value="" vertex="1">
          <mxGeometry height="30" width="180" y="60" as="geometry" />
        </mxCell>
        <mxCell id="_npB_olXc3t6ZuDcXEgX-87" parent="_npB_olXc3t6ZuDcXEgX-86" style="shape=partialRectangle;connectable=0;fillColor=none;top=0;left=0;bottom=0;right=0;editable=1;overflow=hidden;whiteSpace=wrap;html=1;" value="" vertex="1">
          <mxGeometry height="30" width="30" as="geometry">
            <mxRectangle height="30" width="30" as="alternateBounds" />
          </mxGeometry>
        </mxCell>
        <mxCell id="_npB_olXc3t6ZuDcXEgX-88" parent="_npB_olXc3t6ZuDcXEgX-86" style="shape=partialRectangle;connectable=0;fillColor=none;top=0;left=0;bottom=0;right=0;align=left;spacingLeft=6;overflow=hidden;whiteSpace=wrap;html=1;" value="cod_sist_origen" vertex="1">
          <mxGeometry height="30" width="150" x="30" as="geometry">
            <mxRectangle height="30" width="150" as="alternateBounds" />
          </mxGeometry>
        </mxCell>
        <mxCell id="v2wwMel5NNtIVrjsRujD-1" parent="_npB_olXc3t6ZuDcXEgX-79" style="shape=tableRow;horizontal=0;startSize=0;swimlaneHead=0;swimlaneBody=0;fillColor=none;collapsible=0;dropTarget=0;points=[[0,0.5],[1,0.5]];portConstraint=eastwest;top=0;left=0;right=0;bottom=0;" value="" vertex="1">
          <mxGeometry height="30" width="180" y="90" as="geometry" />
        </mxCell>
        <mxCell id="v2wwMel5NNtIVrjsRujD-2" parent="v2wwMel5NNtIVrjsRujD-1" style="shape=partialRectangle;connectable=0;fillColor=none;top=0;left=0;bottom=0;right=0;editable=1;overflow=hidden;whiteSpace=wrap;html=1;" value="" vertex="1">
          <mxGeometry height="30" width="30" as="geometry">
            <mxRectangle height="30" width="30" as="alternateBounds" />
          </mxGeometry>
        </mxCell>
        <mxCell id="v2wwMel5NNtIVrjsRujD-3" parent="v2wwMel5NNtIVrjsRujD-1" style="shape=partialRectangle;connectable=0;fillColor=none;top=0;left=0;bottom=0;right=0;align=left;spacingLeft=6;overflow=hidden;whiteSpace=wrap;html=1;" value="nombre" vertex="1">
          <mxGeometry height="30" width="150" x="30" as="geometry">
            <mxRectangle height="30" width="150" as="alternateBounds" />
          </mxGeometry>
        </mxCell>
        <mxCell id="cPr3DCjvWUAbPxRIG4sF-49" parent="_npB_olXc3t6ZuDcXEgX-79" style="shape=tableRow;horizontal=0;startSize=0;swimlaneHead=0;swimlaneBody=0;fillColor=none;collapsible=0;dropTarget=0;points=[[0,0.5],[1,0.5]];portConstraint=eastwest;top=0;left=0;right=0;bottom=0;" value="" vertex="1">
          <mxGeometry height="30" width="180" y="120" as="geometry" />
        </mxCell>
        <mxCell id="cPr3DCjvWUAbPxRIG4sF-50" parent="cPr3DCjvWUAbPxRIG4sF-49" style="shape=partialRectangle;connectable=0;fillColor=none;top=0;left=0;bottom=0;right=0;editable=1;overflow=hidden;whiteSpace=wrap;html=1;" value="" vertex="1">
          <mxGeometry height="30" width="30" as="geometry">
            <mxRectangle height="30" width="30" as="alternateBounds" />
          </mxGeometry>
        </mxCell>
        <mxCell id="cPr3DCjvWUAbPxRIG4sF-51" parent="cPr3DCjvWUAbPxRIG4sF-49" style="shape=partialRectangle;connectable=0;fillColor=none;top=0;left=0;bottom=0;right=0;align=left;spacingLeft=6;overflow=hidden;whiteSpace=wrap;html=1;" value="duracion_contenido" vertex="1">
          <mxGeometry height="30" width="150" x="30" as="geometry">
            <mxRectangle height="30" width="150" as="alternateBounds" />
          </mxGeometry>
        </mxCell>
        <mxCell id="_npB_olXc3t6ZuDcXEgX-89" parent="_npB_olXc3t6ZuDcXEgX-79" style="shape=tableRow;horizontal=0;startSize=0;swimlaneHead=0;swimlaneBody=0;fillColor=none;collapsible=0;dropTarget=0;points=[[0,0.5],[1,0.5]];portConstraint=eastwest;top=0;left=0;right=0;bottom=0;" value="" vertex="1">
          <mxGeometry height="30" width="180" y="150" as="geometry" />
        </mxCell>
        <mxCell id="_npB_olXc3t6ZuDcXEgX-90" parent="_npB_olXc3t6ZuDcXEgX-89" style="shape=partialRectangle;connectable=0;fillColor=none;top=0;left=0;bottom=0;right=0;editable=1;overflow=hidden;whiteSpace=wrap;html=1;" value="" vertex="1">
          <mxGeometry height="30" width="30" as="geometry">
            <mxRectangle height="30" width="30" as="alternateBounds" />
          </mxGeometry>
        </mxCell>
        <mxCell id="_npB_olXc3t6ZuDcXEgX-91" parent="_npB_olXc3t6ZuDcXEgX-89" style="shape=partialRectangle;connectable=0;fillColor=none;top=0;left=0;bottom=0;right=0;align=left;spacingLeft=6;overflow=hidden;whiteSpace=wrap;html=1;" value="genero" vertex="1">
          <mxGeometry height="30" width="150" x="30" as="geometry">
            <mxRectangle height="30" width="150" as="alternateBounds" />
          </mxGeometry>
        </mxCell>
        <mxCell id="cPr3DCjvWUAbPxRIG4sF-12" parent="_npB_olXc3t6ZuDcXEgX-79" style="shape=tableRow;horizontal=0;startSize=0;swimlaneHead=0;swimlaneBody=0;fillColor=none;collapsible=0;dropTarget=0;points=[[0,0.5],[1,0.5]];portConstraint=eastwest;top=0;left=0;right=0;bottom=0;" value="" vertex="1">
          <mxGeometry height="30" width="180" y="180" as="geometry" />
        </mxCell>
        <mxCell id="cPr3DCjvWUAbPxRIG4sF-13" parent="cPr3DCjvWUAbPxRIG4sF-12" style="shape=partialRectangle;connectable=0;fillColor=none;top=0;left=0;bottom=0;right=0;editable=1;overflow=hidden;whiteSpace=wrap;html=1;" value="" vertex="1">
          <mxGeometry height="30" width="30" as="geometry">
            <mxRectangle height="30" width="30" as="alternateBounds" />
          </mxGeometry>
        </mxCell>
        <mxCell id="cPr3DCjvWUAbPxRIG4sF-14" parent="cPr3DCjvWUAbPxRIG4sF-12" style="shape=partialRectangle;connectable=0;fillColor=none;top=0;left=0;bottom=0;right=0;align=left;spacingLeft=6;overflow=hidden;whiteSpace=wrap;html=1;" value="categoria" vertex="1">
          <mxGeometry height="30" width="150" x="30" as="geometry">
            <mxRectangle height="30" width="150" as="alternateBounds" />
          </mxGeometry>
        </mxCell>
        <mxCell id="_npB_olXc3t6ZuDcXEgX-14" parent="1" style="shape=table;startSize=30;container=1;collapsible=1;childLayout=tableLayout;fixedRows=1;rowLines=0;fontStyle=1;align=center;resizeLast=1;html=1;" value="d_fecha" vertex="1">
          <mxGeometry height="270" width="180" x="40" y="-280" as="geometry" />
        </mxCell>
        <mxCell id="_npB_olXc3t6ZuDcXEgX-15" parent="_npB_olXc3t6ZuDcXEgX-14" style="shape=tableRow;horizontal=0;startSize=0;swimlaneHead=0;swimlaneBody=0;fillColor=none;collapsible=0;dropTarget=0;points=[[0,0.5],[1,0.5]];portConstraint=eastwest;top=0;left=0;right=0;bottom=1;" value="" vertex="1">
          <mxGeometry height="30" width="180" y="30" as="geometry" />
        </mxCell>
        <mxCell id="_npB_olXc3t6ZuDcXEgX-16" parent="_npB_olXc3t6ZuDcXEgX-15" style="shape=partialRectangle;connectable=0;fillColor=none;top=0;left=0;bottom=0;right=0;fontStyle=1;overflow=hidden;whiteSpace=wrap;html=1;" value="PK" vertex="1">
          <mxGeometry height="30" width="30" as="geometry">
            <mxRectangle height="30" width="30" as="alternateBounds" />
          </mxGeometry>
        </mxCell>
        <mxCell id="_npB_olXc3t6ZuDcXEgX-17" parent="_npB_olXc3t6ZuDcXEgX-15" style="shape=partialRectangle;connectable=0;fillColor=none;top=0;left=0;bottom=0;right=0;align=left;spacingLeft=6;fontStyle=5;overflow=hidden;whiteSpace=wrap;html=1;" value="id_fecha" vertex="1">
          <mxGeometry height="30" width="150" x="30" as="geometry">
            <mxRectangle height="30" width="150" as="alternateBounds" />
          </mxGeometry>
        </mxCell>
        <mxCell id="_npB_olXc3t6ZuDcXEgX-18" parent="_npB_olXc3t6ZuDcXEgX-14" style="shape=tableRow;horizontal=0;startSize=0;swimlaneHead=0;swimlaneBody=0;fillColor=none;collapsible=0;dropTarget=0;points=[[0,0.5],[1,0.5]];portConstraint=eastwest;top=0;left=0;right=0;bottom=0;" value="" vertex="1">
          <mxGeometry height="30" width="180" y="60" as="geometry" />
        </mxCell>
        <mxCell id="_npB_olXc3t6ZuDcXEgX-19" parent="_npB_olXc3t6ZuDcXEgX-18" style="shape=partialRectangle;connectable=0;fillColor=none;top=0;left=0;bottom=0;right=0;editable=1;overflow=hidden;whiteSpace=wrap;html=1;" value="" vertex="1">
          <mxGeometry height="30" width="30" as="geometry">
            <mxRectangle height="30" width="30" as="alternateBounds" />
          </mxGeometry>
        </mxCell>
        <mxCell id="_npB_olXc3t6ZuDcXEgX-20" parent="_npB_olXc3t6ZuDcXEgX-18" style="shape=partialRectangle;connectable=0;fillColor=none;top=0;left=0;bottom=0;right=0;align=left;spacingLeft=6;overflow=hidden;whiteSpace=wrap;html=1;" value="cod_sist_origen" vertex="1">
          <mxGeometry height="30" width="150" x="30" as="geometry">
            <mxRectangle height="30" width="150" as="alternateBounds" />
          </mxGeometry>
        </mxCell>
        <mxCell id="cPr3DCjvWUAbPxRIG4sF-55" parent="_npB_olXc3t6ZuDcXEgX-14" style="shape=tableRow;horizontal=0;startSize=0;swimlaneHead=0;swimlaneBody=0;fillColor=none;collapsible=0;dropTarget=0;points=[[0,0.5],[1,0.5]];portConstraint=eastwest;top=0;left=0;right=0;bottom=0;" value="" vertex="1">
          <mxGeometry height="30" width="180" y="90" as="geometry" />
        </mxCell>
        <mxCell id="cPr3DCjvWUAbPxRIG4sF-56" parent="cPr3DCjvWUAbPxRIG4sF-55" style="shape=partialRectangle;connectable=0;fillColor=none;top=0;left=0;bottom=0;right=0;editable=1;overflow=hidden;whiteSpace=wrap;html=1;" value="" vertex="1">
          <mxGeometry height="30" width="30" as="geometry">
            <mxRectangle height="30" width="30" as="alternateBounds" />
          </mxGeometry>
        </mxCell>
        <mxCell id="cPr3DCjvWUAbPxRIG4sF-57" parent="cPr3DCjvWUAbPxRIG4sF-55" style="shape=partialRectangle;connectable=0;fillColor=none;top=0;left=0;bottom=0;right=0;align=left;spacingLeft=6;overflow=hidden;whiteSpace=wrap;html=1;" value="fecha" vertex="1">
          <mxGeometry height="30" width="150" x="30" as="geometry">
            <mxRectangle height="30" width="150" as="alternateBounds" />
          </mxGeometry>
        </mxCell>
        <mxCell id="-aOfcUVNLtPOQzGA6vKT-13" parent="_npB_olXc3t6ZuDcXEgX-14" style="shape=tableRow;horizontal=0;startSize=0;swimlaneHead=0;swimlaneBody=0;fillColor=none;collapsible=0;dropTarget=0;points=[[0,0.5],[1,0.5]];portConstraint=eastwest;top=0;left=0;right=0;bottom=0;" value="" vertex="1">
          <mxGeometry height="30" width="180" y="120" as="geometry" />
        </mxCell>
        <mxCell id="-aOfcUVNLtPOQzGA6vKT-14" parent="-aOfcUVNLtPOQzGA6vKT-13" style="shape=partialRectangle;connectable=0;fillColor=none;top=0;left=0;bottom=0;right=0;editable=1;overflow=hidden;whiteSpace=wrap;html=1;" value="" vertex="1">
          <mxGeometry height="30" width="30" as="geometry">
            <mxRectangle height="30" width="30" as="alternateBounds" />
          </mxGeometry>
        </mxCell>
        <mxCell id="-aOfcUVNLtPOQzGA6vKT-15" parent="-aOfcUVNLtPOQzGA6vKT-13" style="shape=partialRectangle;connectable=0;fillColor=none;top=0;left=0;bottom=0;right=0;align=left;spacingLeft=6;overflow=hidden;whiteSpace=wrap;html=1;" value="dia" vertex="1">
          <mxGeometry height="30" width="150" x="30" as="geometry">
            <mxRectangle height="30" width="150" as="alternateBounds" />
          </mxGeometry>
        </mxCell>
        <mxCell id="_npB_olXc3t6ZuDcXEgX-21" parent="_npB_olXc3t6ZuDcXEgX-14" style="shape=tableRow;horizontal=0;startSize=0;swimlaneHead=0;swimlaneBody=0;fillColor=none;collapsible=0;dropTarget=0;points=[[0,0.5],[1,0.5]];portConstraint=eastwest;top=0;left=0;right=0;bottom=0;" value="" vertex="1">
          <mxGeometry height="30" width="180" y="150" as="geometry" />
        </mxCell>
        <mxCell id="_npB_olXc3t6ZuDcXEgX-22" parent="_npB_olXc3t6ZuDcXEgX-21" style="shape=partialRectangle;connectable=0;fillColor=none;top=0;left=0;bottom=0;right=0;editable=1;overflow=hidden;whiteSpace=wrap;html=1;" value="" vertex="1">
          <mxGeometry height="30" width="30" as="geometry">
            <mxRectangle height="30" width="30" as="alternateBounds" />
          </mxGeometry>
        </mxCell>
        <mxCell id="_npB_olXc3t6ZuDcXEgX-23" parent="_npB_olXc3t6ZuDcXEgX-21" style="shape=partialRectangle;connectable=0;fillColor=none;top=0;left=0;bottom=0;right=0;align=left;spacingLeft=6;overflow=hidden;whiteSpace=wrap;html=1;" value="semana" vertex="1">
          <mxGeometry height="30" width="150" x="30" as="geometry">
            <mxRectangle height="30" width="150" as="alternateBounds" />
          </mxGeometry>
        </mxCell>
        <mxCell id="-aOfcUVNLtPOQzGA6vKT-7" parent="_npB_olXc3t6ZuDcXEgX-14" style="shape=tableRow;horizontal=0;startSize=0;swimlaneHead=0;swimlaneBody=0;fillColor=none;collapsible=0;dropTarget=0;points=[[0,0.5],[1,0.5]];portConstraint=eastwest;top=0;left=0;right=0;bottom=0;" value="" vertex="1">
          <mxGeometry height="30" width="180" y="180" as="geometry" />
        </mxCell>
        <mxCell id="-aOfcUVNLtPOQzGA6vKT-8" parent="-aOfcUVNLtPOQzGA6vKT-7" style="shape=partialRectangle;connectable=0;fillColor=none;top=0;left=0;bottom=0;right=0;editable=1;overflow=hidden;whiteSpace=wrap;html=1;" value="&lt;span style=&quot;white-space: pre;&quot;&gt;&#x9;&lt;/span&gt;&lt;span style=&quot;white-space: pre;&quot;&gt;&#x9;&lt;/span&gt;" vertex="1">
          <mxGeometry height="30" width="30" as="geometry">
            <mxRectangle height="30" width="30" as="alternateBounds" />
          </mxGeometry>
        </mxCell>
        <mxCell id="-aOfcUVNLtPOQzGA6vKT-9" parent="-aOfcUVNLtPOQzGA6vKT-7" style="shape=partialRectangle;connectable=0;fillColor=none;top=0;left=0;bottom=0;right=0;align=left;spacingLeft=6;overflow=hidden;whiteSpace=wrap;html=1;" value="mes" vertex="1">
          <mxGeometry height="30" width="150" x="30" as="geometry">
            <mxRectangle height="30" width="150" as="alternateBounds" />
          </mxGeometry>
        </mxCell>
        <mxCell id="_npB_olXc3t6ZuDcXEgX-24" parent="_npB_olXc3t6ZuDcXEgX-14" style="shape=tableRow;horizontal=0;startSize=0;swimlaneHead=0;swimlaneBody=0;fillColor=none;collapsible=0;dropTarget=0;points=[[0,0.5],[1,0.5]];portConstraint=eastwest;top=0;left=0;right=0;bottom=0;" value="" vertex="1">
          <mxGeometry height="30" width="180" y="210" as="geometry" />
        </mxCell>
        <mxCell id="_npB_olXc3t6ZuDcXEgX-25" parent="_npB_olXc3t6ZuDcXEgX-24" style="shape=partialRectangle;connectable=0;fillColor=none;top=0;left=0;bottom=0;right=0;editable=1;overflow=hidden;whiteSpace=wrap;html=1;" value="" vertex="1">
          <mxGeometry height="30" width="30" as="geometry">
            <mxRectangle height="30" width="30" as="alternateBounds" />
          </mxGeometry>
        </mxCell>
        <mxCell id="_npB_olXc3t6ZuDcXEgX-26" parent="_npB_olXc3t6ZuDcXEgX-24" style="shape=partialRectangle;connectable=0;fillColor=none;top=0;left=0;bottom=0;right=0;align=left;spacingLeft=6;overflow=hidden;whiteSpace=wrap;html=1;" value="trimestre" vertex="1">
          <mxGeometry height="30" width="150" x="30" as="geometry">
            <mxRectangle height="30" width="150" as="alternateBounds" />
          </mxGeometry>
        </mxCell>
        <mxCell id="-aOfcUVNLtPOQzGA6vKT-10" parent="_npB_olXc3t6ZuDcXEgX-14" style="shape=tableRow;horizontal=0;startSize=0;swimlaneHead=0;swimlaneBody=0;fillColor=none;collapsible=0;dropTarget=0;points=[[0,0.5],[1,0.5]];portConstraint=eastwest;top=0;left=0;right=0;bottom=0;" value="" vertex="1">
          <mxGeometry height="30" width="180" y="240" as="geometry" />
        </mxCell>
        <mxCell id="-aOfcUVNLtPOQzGA6vKT-11" parent="-aOfcUVNLtPOQzGA6vKT-10" style="shape=partialRectangle;connectable=0;fillColor=none;top=0;left=0;bottom=0;right=0;editable=1;overflow=hidden;whiteSpace=wrap;html=1;" value="" vertex="1">
          <mxGeometry height="30" width="30" as="geometry">
            <mxRectangle height="30" width="30" as="alternateBounds" />
          </mxGeometry>
        </mxCell>
        <mxCell id="-aOfcUVNLtPOQzGA6vKT-12" parent="-aOfcUVNLtPOQzGA6vKT-10" style="shape=partialRectangle;connectable=0;fillColor=none;top=0;left=0;bottom=0;right=0;align=left;spacingLeft=6;overflow=hidden;whiteSpace=wrap;html=1;" value="anio" vertex="1">
          <mxGeometry height="30" width="150" x="30" as="geometry">
            <mxRectangle height="30" width="150" as="alternateBounds" />
          </mxGeometry>
        </mxCell>
        <mxCell id="-aOfcUVNLtPOQzGA6vKT-34" edge="1" parent="1" source="-aOfcUVNLtPOQzGA6vKT-31" style="edgeStyle=orthogonalEdgeStyle;rounded=0;orthogonalLoop=1;jettySize=auto;html=1;exitX=1;exitY=0.5;exitDx=0;exitDy=0;entryX=0;entryY=0.5;entryDx=0;entryDy=0;" target="_npB_olXc3t6ZuDcXEgX-54">
          <mxGeometry relative="1" as="geometry" />
        </mxCell>
        <mxCell id="cPr3DCjvWUAbPxRIG4sF-1" edge="1" parent="1" source="cPr3DCjvWUAbPxRIG4sF-4" style="edgeStyle=orthogonalEdgeStyle;rounded=0;orthogonalLoop=1;jettySize=auto;html=1;exitX=0;exitY=0.5;exitDx=0;exitDy=0;entryX=1;entryY=0.5;entryDx=0;entryDy=0;" target="_npB_olXc3t6ZuDcXEgX-15">
          <mxGeometry relative="1" as="geometry" />
        </mxCell>
        <mxCell id="cPr3DCjvWUAbPxRIG4sF-3" edge="1" parent="1" source="-aOfcUVNLtPOQzGA6vKT-48" style="edgeStyle=orthogonalEdgeStyle;rounded=0;orthogonalLoop=1;jettySize=auto;html=1;exitX=0;exitY=0.5;exitDx=0;exitDy=0;entryX=1;entryY=0.5;entryDx=0;entryDy=0;" target="_npB_olXc3t6ZuDcXEgX-67">
          <mxGeometry relative="1" as="geometry" />
        </mxCell>
        <mxCell id="cPr3DCjvWUAbPxRIG4sF-7" edge="1" parent="1" source="_npB_olXc3t6ZuDcXEgX-44" style="edgeStyle=orthogonalEdgeStyle;rounded=0;orthogonalLoop=1;jettySize=auto;html=1;exitX=0;exitY=0.5;exitDx=0;exitDy=0;entryX=0;entryY=0.5;entryDx=0;entryDy=0;" target="_npB_olXc3t6ZuDcXEgX-2">
          <mxGeometry relative="1" as="geometry" />
        </mxCell>
        <mxCell id="cPr3DCjvWUAbPxRIG4sF-15" edge="1" parent="1" source="cPr3DCjvWUAbPxRIG4sF-8" style="edgeStyle=orthogonalEdgeStyle;rounded=0;orthogonalLoop=1;jettySize=auto;html=1;exitX=1;exitY=0.5;exitDx=0;exitDy=0;entryX=0;entryY=0.5;entryDx=0;entryDy=0;" target="_npB_olXc3t6ZuDcXEgX-80">
          <mxGeometry relative="1" as="geometry" />
        </mxCell>
        <mxCell id="cPr3DCjvWUAbPxRIG4sF-16" parent="1" style="shape=table;startSize=30;container=1;collapsible=1;childLayout=tableLayout;fixedRows=1;rowLines=0;fontStyle=1;align=center;resizeLast=1;html=1;" value="d_hora" vertex="1">
          <mxGeometry height="180" width="180" x="-170" y="30" as="geometry" />
        </mxCell>
        <mxCell id="cPr3DCjvWUAbPxRIG4sF-17" parent="cPr3DCjvWUAbPxRIG4sF-16" style="shape=tableRow;horizontal=0;startSize=0;swimlaneHead=0;swimlaneBody=0;fillColor=none;collapsible=0;dropTarget=0;points=[[0,0.5],[1,0.5]];portConstraint=eastwest;top=0;left=0;right=0;bottom=1;" value="" vertex="1">
          <mxGeometry height="30" width="180" y="30" as="geometry" />
        </mxCell>
        <mxCell id="cPr3DCjvWUAbPxRIG4sF-18" parent="cPr3DCjvWUAbPxRIG4sF-17" style="shape=partialRectangle;connectable=0;fillColor=none;top=0;left=0;bottom=0;right=0;fontStyle=1;overflow=hidden;whiteSpace=wrap;html=1;" value="PK" vertex="1">
          <mxGeometry height="30" width="30" as="geometry">
            <mxRectangle height="30" width="30" as="alternateBounds" />
          </mxGeometry>
        </mxCell>
        <mxCell id="cPr3DCjvWUAbPxRIG4sF-19" parent="cPr3DCjvWUAbPxRIG4sF-17" style="shape=partialRectangle;connectable=0;fillColor=none;top=0;left=0;bottom=0;right=0;align=left;spacingLeft=6;fontStyle=5;overflow=hidden;whiteSpace=wrap;html=1;" value="id_hora" vertex="1">
          <mxGeometry height="30" width="150" x="30" as="geometry">
            <mxRectangle height="30" width="150" as="alternateBounds" />
          </mxGeometry>
        </mxCell>
        <mxCell id="cPr3DCjvWUAbPxRIG4sF-20" parent="cPr3DCjvWUAbPxRIG4sF-16" style="shape=tableRow;horizontal=0;startSize=0;swimlaneHead=0;swimlaneBody=0;fillColor=none;collapsible=0;dropTarget=0;points=[[0,0.5],[1,0.5]];portConstraint=eastwest;top=0;left=0;right=0;bottom=0;" value="" vertex="1">
          <mxGeometry height="30" width="180" y="60" as="geometry" />
        </mxCell>
        <mxCell id="cPr3DCjvWUAbPxRIG4sF-21" parent="cPr3DCjvWUAbPxRIG4sF-20" style="shape=partialRectangle;connectable=0;fillColor=none;top=0;left=0;bottom=0;right=0;editable=1;overflow=hidden;whiteSpace=wrap;html=1;" value="" vertex="1">
          <mxGeometry height="30" width="30" as="geometry">
            <mxRectangle height="30" width="30" as="alternateBounds" />
          </mxGeometry>
        </mxCell>
        <mxCell id="cPr3DCjvWUAbPxRIG4sF-22" parent="cPr3DCjvWUAbPxRIG4sF-20" style="shape=partialRectangle;connectable=0;fillColor=none;top=0;left=0;bottom=0;right=0;align=left;spacingLeft=6;overflow=hidden;whiteSpace=wrap;html=1;" value="cod_sist_origen" vertex="1">
          <mxGeometry height="30" width="150" x="30" as="geometry">
            <mxRectangle height="30" width="150" as="alternateBounds" />
          </mxGeometry>
        </mxCell>
        <mxCell id="cPr3DCjvWUAbPxRIG4sF-58" parent="cPr3DCjvWUAbPxRIG4sF-16" style="shape=tableRow;horizontal=0;startSize=0;swimlaneHead=0;swimlaneBody=0;fillColor=none;collapsible=0;dropTarget=0;points=[[0,0.5],[1,0.5]];portConstraint=eastwest;top=0;left=0;right=0;bottom=0;" value="" vertex="1">
          <mxGeometry height="30" width="180" y="90" as="geometry" />
        </mxCell>
        <mxCell id="cPr3DCjvWUAbPxRIG4sF-59" parent="cPr3DCjvWUAbPxRIG4sF-58" style="shape=partialRectangle;connectable=0;fillColor=none;top=0;left=0;bottom=0;right=0;editable=1;overflow=hidden;whiteSpace=wrap;html=1;" value="" vertex="1">
          <mxGeometry height="30" width="30" as="geometry">
            <mxRectangle height="30" width="30" as="alternateBounds" />
          </mxGeometry>
        </mxCell>
        <mxCell id="cPr3DCjvWUAbPxRIG4sF-60" parent="cPr3DCjvWUAbPxRIG4sF-58" style="shape=partialRectangle;connectable=0;fillColor=none;top=0;left=0;bottom=0;right=0;align=left;spacingLeft=6;overflow=hidden;whiteSpace=wrap;html=1;" value="hora_inicio" vertex="1">
          <mxGeometry height="30" width="150" x="30" as="geometry">
            <mxRectangle height="30" width="150" as="alternateBounds" />
          </mxGeometry>
        </mxCell>
        <mxCell id="cPr3DCjvWUAbPxRIG4sF-23" parent="cPr3DCjvWUAbPxRIG4sF-16" style="shape=tableRow;horizontal=0;startSize=0;swimlaneHead=0;swimlaneBody=0;fillColor=none;collapsible=0;dropTarget=0;points=[[0,0.5],[1,0.5]];portConstraint=eastwest;top=0;left=0;right=0;bottom=0;" value="" vertex="1">
          <mxGeometry height="30" width="180" y="120" as="geometry" />
        </mxCell>
        <mxCell id="cPr3DCjvWUAbPxRIG4sF-24" parent="cPr3DCjvWUAbPxRIG4sF-23" style="shape=partialRectangle;connectable=0;fillColor=none;top=0;left=0;bottom=0;right=0;editable=1;overflow=hidden;whiteSpace=wrap;html=1;" value="" vertex="1">
          <mxGeometry height="30" width="30" as="geometry">
            <mxRectangle height="30" width="30" as="alternateBounds" />
          </mxGeometry>
        </mxCell>
        <mxCell id="cPr3DCjvWUAbPxRIG4sF-25" parent="cPr3DCjvWUAbPxRIG4sF-23" style="shape=partialRectangle;connectable=0;fillColor=none;top=0;left=0;bottom=0;right=0;align=left;spacingLeft=6;overflow=hidden;whiteSpace=wrap;html=1;" value="hora_fin" vertex="1">
          <mxGeometry height="30" width="150" x="30" as="geometry">
            <mxRectangle height="30" width="150" as="alternateBounds" />
          </mxGeometry>
        </mxCell>
        <mxCell id="cPr3DCjvWUAbPxRIG4sF-64" parent="cPr3DCjvWUAbPxRIG4sF-16" style="shape=tableRow;horizontal=0;startSize=0;swimlaneHead=0;swimlaneBody=0;fillColor=none;collapsible=0;dropTarget=0;points=[[0,0.5],[1,0.5]];portConstraint=eastwest;top=0;left=0;right=0;bottom=0;" value="" vertex="1">
          <mxGeometry height="30" width="180" y="150" as="geometry" />
        </mxCell>
        <mxCell id="cPr3DCjvWUAbPxRIG4sF-65" parent="cPr3DCjvWUAbPxRIG4sF-64" style="shape=partialRectangle;connectable=0;fillColor=none;top=0;left=0;bottom=0;right=0;editable=1;overflow=hidden;whiteSpace=wrap;html=1;" value="" vertex="1">
          <mxGeometry height="30" width="30" as="geometry">
            <mxRectangle height="30" width="30" as="alternateBounds" />
          </mxGeometry>
        </mxCell>
        <mxCell id="cPr3DCjvWUAbPxRIG4sF-66" parent="cPr3DCjvWUAbPxRIG4sF-64" style="shape=partialRectangle;connectable=0;fillColor=none;top=0;left=0;bottom=0;right=0;align=left;spacingLeft=6;overflow=hidden;whiteSpace=wrap;html=1;" value="franja_horaria" vertex="1">
          <mxGeometry height="30" width="150" x="30" as="geometry">
            <mxRectangle height="30" width="150" as="alternateBounds" />
          </mxGeometry>
        </mxCell>
        <mxCell id="cPr3DCjvWUAbPxRIG4sF-29" edge="1" parent="1" source="_npB_olXc3t6ZuDcXEgX-47" style="edgeStyle=orthogonalEdgeStyle;rounded=0;orthogonalLoop=1;jettySize=auto;html=1;exitX=0;exitY=0.5;exitDx=0;exitDy=0;entryX=1;entryY=0.5;entryDx=0;entryDy=0;" target="cPr3DCjvWUAbPxRIG4sF-17">
          <mxGeometry relative="1" as="geometry" />
        </mxCell>
        <mxCell id="AWcwqWDgbyF7cdcC-2nv-2" parent="1" style="shape=table;startSize=30;container=1;collapsible=1;childLayout=tableLayout;fixedRows=1;rowLines=0;fontStyle=1;align=center;resizeLast=1;html=1;" value="d_suscripcion" vertex="1">
-           <mxGeometry height="180" width="180" x="950" y="-140" as="geometry" />
+           <mxGeometry height="180" width="180" x="950" y="-130" as="geometry" />
        </mxCell>
        <mxCell id="AWcwqWDgbyF7cdcC-2nv-3" parent="AWcwqWDgbyF7cdcC-2nv-2" style="shape=tableRow;horizontal=0;startSize=0;swimlaneHead=0;swimlaneBody=0;fillColor=none;collapsible=0;dropTarget=0;points=[[0,0.5],[1,0.5]];portConstraint=eastwest;top=0;left=0;right=0;bottom=1;" value="" vertex="1">
          <mxGeometry height="30" width="180" y="30" as="geometry" />
        </mxCell>
        <mxCell id="AWcwqWDgbyF7cdcC-2nv-4" parent="AWcwqWDgbyF7cdcC-2nv-3" style="shape=partialRectangle;connectable=0;fillColor=none;top=0;left=0;bottom=0;right=0;fontStyle=1;overflow=hidden;whiteSpace=wrap;html=1;" value="PK" vertex="1">
          <mxGeometry height="30" width="30" as="geometry">
            <mxRectangle height="30" width="30" as="alternateBounds" />
          </mxGeometry>
        </mxCell>
        <mxCell id="AWcwqWDgbyF7cdcC-2nv-5" parent="AWcwqWDgbyF7cdcC-2nv-3" style="shape=partialRectangle;connectable=0;fillColor=none;top=0;left=0;bottom=0;right=0;align=left;spacingLeft=6;fontStyle=5;overflow=hidden;whiteSpace=wrap;html=1;" value="id_suscripcion" vertex="1">
          <mxGeometry height="30" width="150" x="30" as="geometry">
            <mxRectangle height="30" width="150" as="alternateBounds" />
          </mxGeometry>
        </mxCell>
        <mxCell id="AWcwqWDgbyF7cdcC-2nv-6" parent="AWcwqWDgbyF7cdcC-2nv-2" style="shape=tableRow;horizontal=0;startSize=0;swimlaneHead=0;swimlaneBody=0;fillColor=none;collapsible=0;dropTarget=0;points=[[0,0.5],[1,0.5]];portConstraint=eastwest;top=0;left=0;right=0;bottom=0;" value="" vertex="1">
          <mxGeometry height="30" width="180" y="60" as="geometry" />
        </mxCell>
        <mxCell id="AWcwqWDgbyF7cdcC-2nv-7" parent="AWcwqWDgbyF7cdcC-2nv-6" style="shape=partialRectangle;connectable=0;fillColor=none;top=0;left=0;bottom=0;right=0;editable=1;overflow=hidden;whiteSpace=wrap;html=1;" value="FK" vertex="1">
          <mxGeometry height="30" width="30" as="geometry">
            <mxRectangle height="30" width="30" as="alternateBounds" />
          </mxGeometry>
        </mxCell>
        <mxCell id="AWcwqWDgbyF7cdcC-2nv-8" parent="AWcwqWDgbyF7cdcC-2nv-6" style="shape=partialRectangle;connectable=0;fillColor=none;top=0;left=0;bottom=0;right=0;align=left;spacingLeft=6;overflow=hidden;whiteSpace=wrap;html=1;" value="id_fecha_inscripcion" vertex="1">
          <mxGeometry height="30" width="150" x="30" as="geometry">
            <mxRectangle height="30" width="150" as="alternateBounds" />
          </mxGeometry>
        </mxCell>
        <mxCell id="AWcwqWDgbyF7cdcC-2nv-25" parent="AWcwqWDgbyF7cdcC-2nv-2" style="shape=tableRow;horizontal=0;startSize=0;swimlaneHead=0;swimlaneBody=0;fillColor=none;collapsible=0;dropTarget=0;points=[[0,0.5],[1,0.5]];portConstraint=eastwest;top=0;left=0;right=0;bottom=0;" value="" vertex="1">
          <mxGeometry height="30" width="180" y="90" as="geometry" />
        </mxCell>
        <mxCell id="AWcwqWDgbyF7cdcC-2nv-26" parent="AWcwqWDgbyF7cdcC-2nv-25" style="shape=partialRectangle;connectable=0;fillColor=none;top=0;left=0;bottom=0;right=0;editable=1;overflow=hidden;whiteSpace=wrap;html=1;" value="" vertex="1">
          <mxGeometry height="30" width="30" as="geometry">
            <mxRectangle height="30" width="30" as="alternateBounds" />
          </mxGeometry>
        </mxCell>
        <mxCell id="AWcwqWDgbyF7cdcC-2nv-27" parent="AWcwqWDgbyF7cdcC-2nv-25" style="shape=partialRectangle;connectable=0;fillColor=none;top=0;left=0;bottom=0;right=0;align=left;spacingLeft=6;overflow=hidden;whiteSpace=wrap;html=1;" value="cod_sist_origen" vertex="1">
          <mxGeometry height="30" width="150" x="30" as="geometry">
            <mxRectangle height="30" width="150" as="alternateBounds" />
          </mxGeometry>
        </mxCell>
        <mxCell id="AWcwqWDgbyF7cdcC-2nv-9" parent="AWcwqWDgbyF7cdcC-2nv-2" style="shape=tableRow;horizontal=0;startSize=0;swimlaneHead=0;swimlaneBody=0;fillColor=none;collapsible=0;dropTarget=0;points=[[0,0.5],[1,0.5]];portConstraint=eastwest;top=0;left=0;right=0;bottom=0;" value="" vertex="1">
          <mxGeometry height="30" width="180" y="120" as="geometry" />
        </mxCell>
        <mxCell id="AWcwqWDgbyF7cdcC-2nv-10" parent="AWcwqWDgbyF7cdcC-2nv-9" style="shape=partialRectangle;connectable=0;fillColor=none;top=0;left=0;bottom=0;right=0;editable=1;overflow=hidden;whiteSpace=wrap;html=1;" value="" vertex="1">
          <mxGeometry height="30" width="30" as="geometry">
            <mxRectangle height="30" width="30" as="alternateBounds" />
          </mxGeometry>
        </mxCell>
        <mxCell id="AWcwqWDgbyF7cdcC-2nv-11" parent="AWcwqWDgbyF7cdcC-2nv-9" style="shape=partialRectangle;connectable=0;fillColor=none;top=0;left=0;bottom=0;right=0;align=left;spacingLeft=6;overflow=hidden;whiteSpace=wrap;html=1;" value="monto_dolar" vertex="1">
          <mxGeometry height="30" width="150" x="30" as="geometry">
            <mxRectangle height="30" width="150" as="alternateBounds" />
          </mxGeometry>
        </mxCell>
        <mxCell id="AWcwqWDgbyF7cdcC-2nv-15" parent="AWcwqWDgbyF7cdcC-2nv-2" style="shape=tableRow;horizontal=0;startSize=0;swimlaneHead=0;swimlaneBody=0;fillColor=none;collapsible=0;dropTarget=0;points=[[0,0.5],[1,0.5]];portConstraint=eastwest;top=0;left=0;right=0;bottom=0;" value="" vertex="1">
          <mxGeometry height="30" width="180" y="150" as="geometry" />
        </mxCell>
        <mxCell id="AWcwqWDgbyF7cdcC-2nv-16" parent="AWcwqWDgbyF7cdcC-2nv-15" style="shape=partialRectangle;connectable=0;fillColor=none;top=0;left=0;bottom=0;right=0;editable=1;overflow=hidden;whiteSpace=wrap;html=1;" value="" vertex="1">
          <mxGeometry height="30" width="30" as="geometry">
            <mxRectangle height="30" width="30" as="alternateBounds" />
          </mxGeometry>
        </mxCell>
        <mxCell id="AWcwqWDgbyF7cdcC-2nv-17" parent="AWcwqWDgbyF7cdcC-2nv-15" style="shape=partialRectangle;connectable=0;fillColor=none;top=0;left=0;bottom=0;right=0;align=left;spacingLeft=6;overflow=hidden;whiteSpace=wrap;html=1;" value="tipo_suscripcion" vertex="1">
          <mxGeometry height="30" width="150" x="30" as="geometry">
            <mxRectangle height="30" width="150" as="alternateBounds" />
          </mxGeometry>
        </mxCell>
        <mxCell id="AWcwqWDgbyF7cdcC-2nv-21" edge="1" parent="1" source="-aOfcUVNLtPOQzGA6vKT-22" style="edgeStyle=orthogonalEdgeStyle;rounded=0;orthogonalLoop=1;jettySize=auto;html=1;exitX=1;exitY=0.5;exitDx=0;exitDy=0;entryX=0;entryY=0.5;entryDx=0;entryDy=0;" target="AWcwqWDgbyF7cdcC-2nv-3">
          <mxGeometry relative="1" as="geometry" />
        </mxCell>
        <mxCell id="AWcwqWDgbyF7cdcC-2nv-28" edge="1" parent="1" source="AWcwqWDgbyF7cdcC-2nv-6" style="edgeStyle=orthogonalEdgeStyle;rounded=0;orthogonalLoop=1;jettySize=auto;html=1;exitX=1;exitY=0.5;exitDx=0;exitDy=0;entryX=0;entryY=0.5;entryDx=0;entryDy=0;" target="_npB_olXc3t6ZuDcXEgX-15">
          <mxGeometry relative="1" as="geometry">
            <Array as="points">
              <mxPoint x="1150" y="-65" />
              <mxPoint x="1150" y="-340" />
              <mxPoint x="20" y="-340" />
              <mxPoint x="20" y="-235" />
            </Array>
          </mxGeometry>
        </mxCell>
      </root>
    </mxGraphModel>
  </diagram>
</mxfile>
